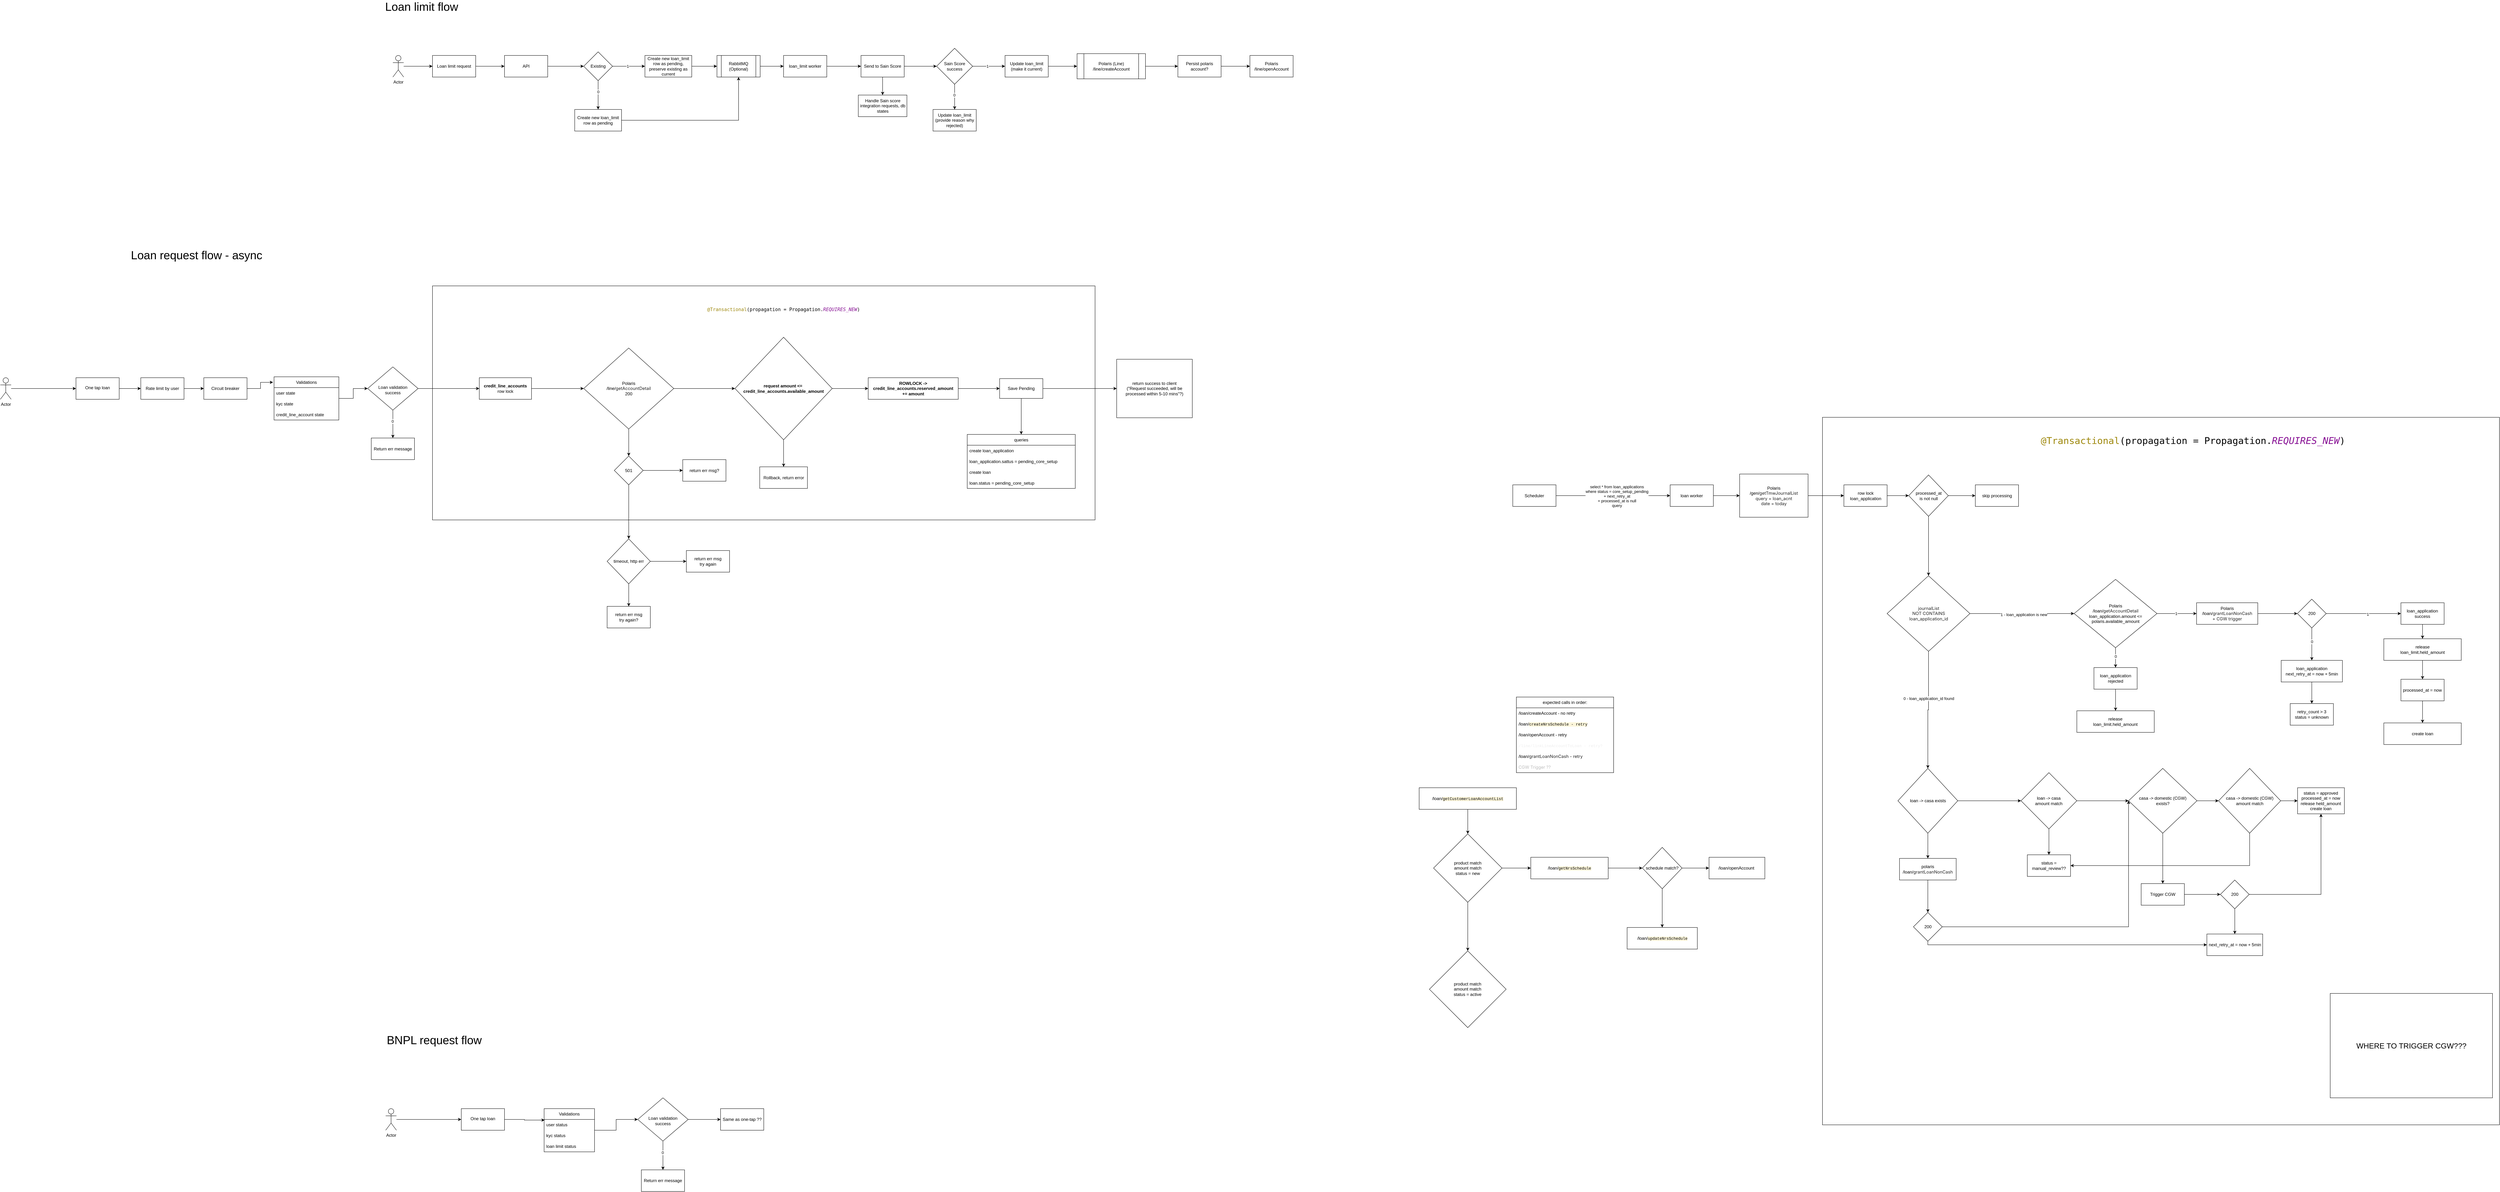
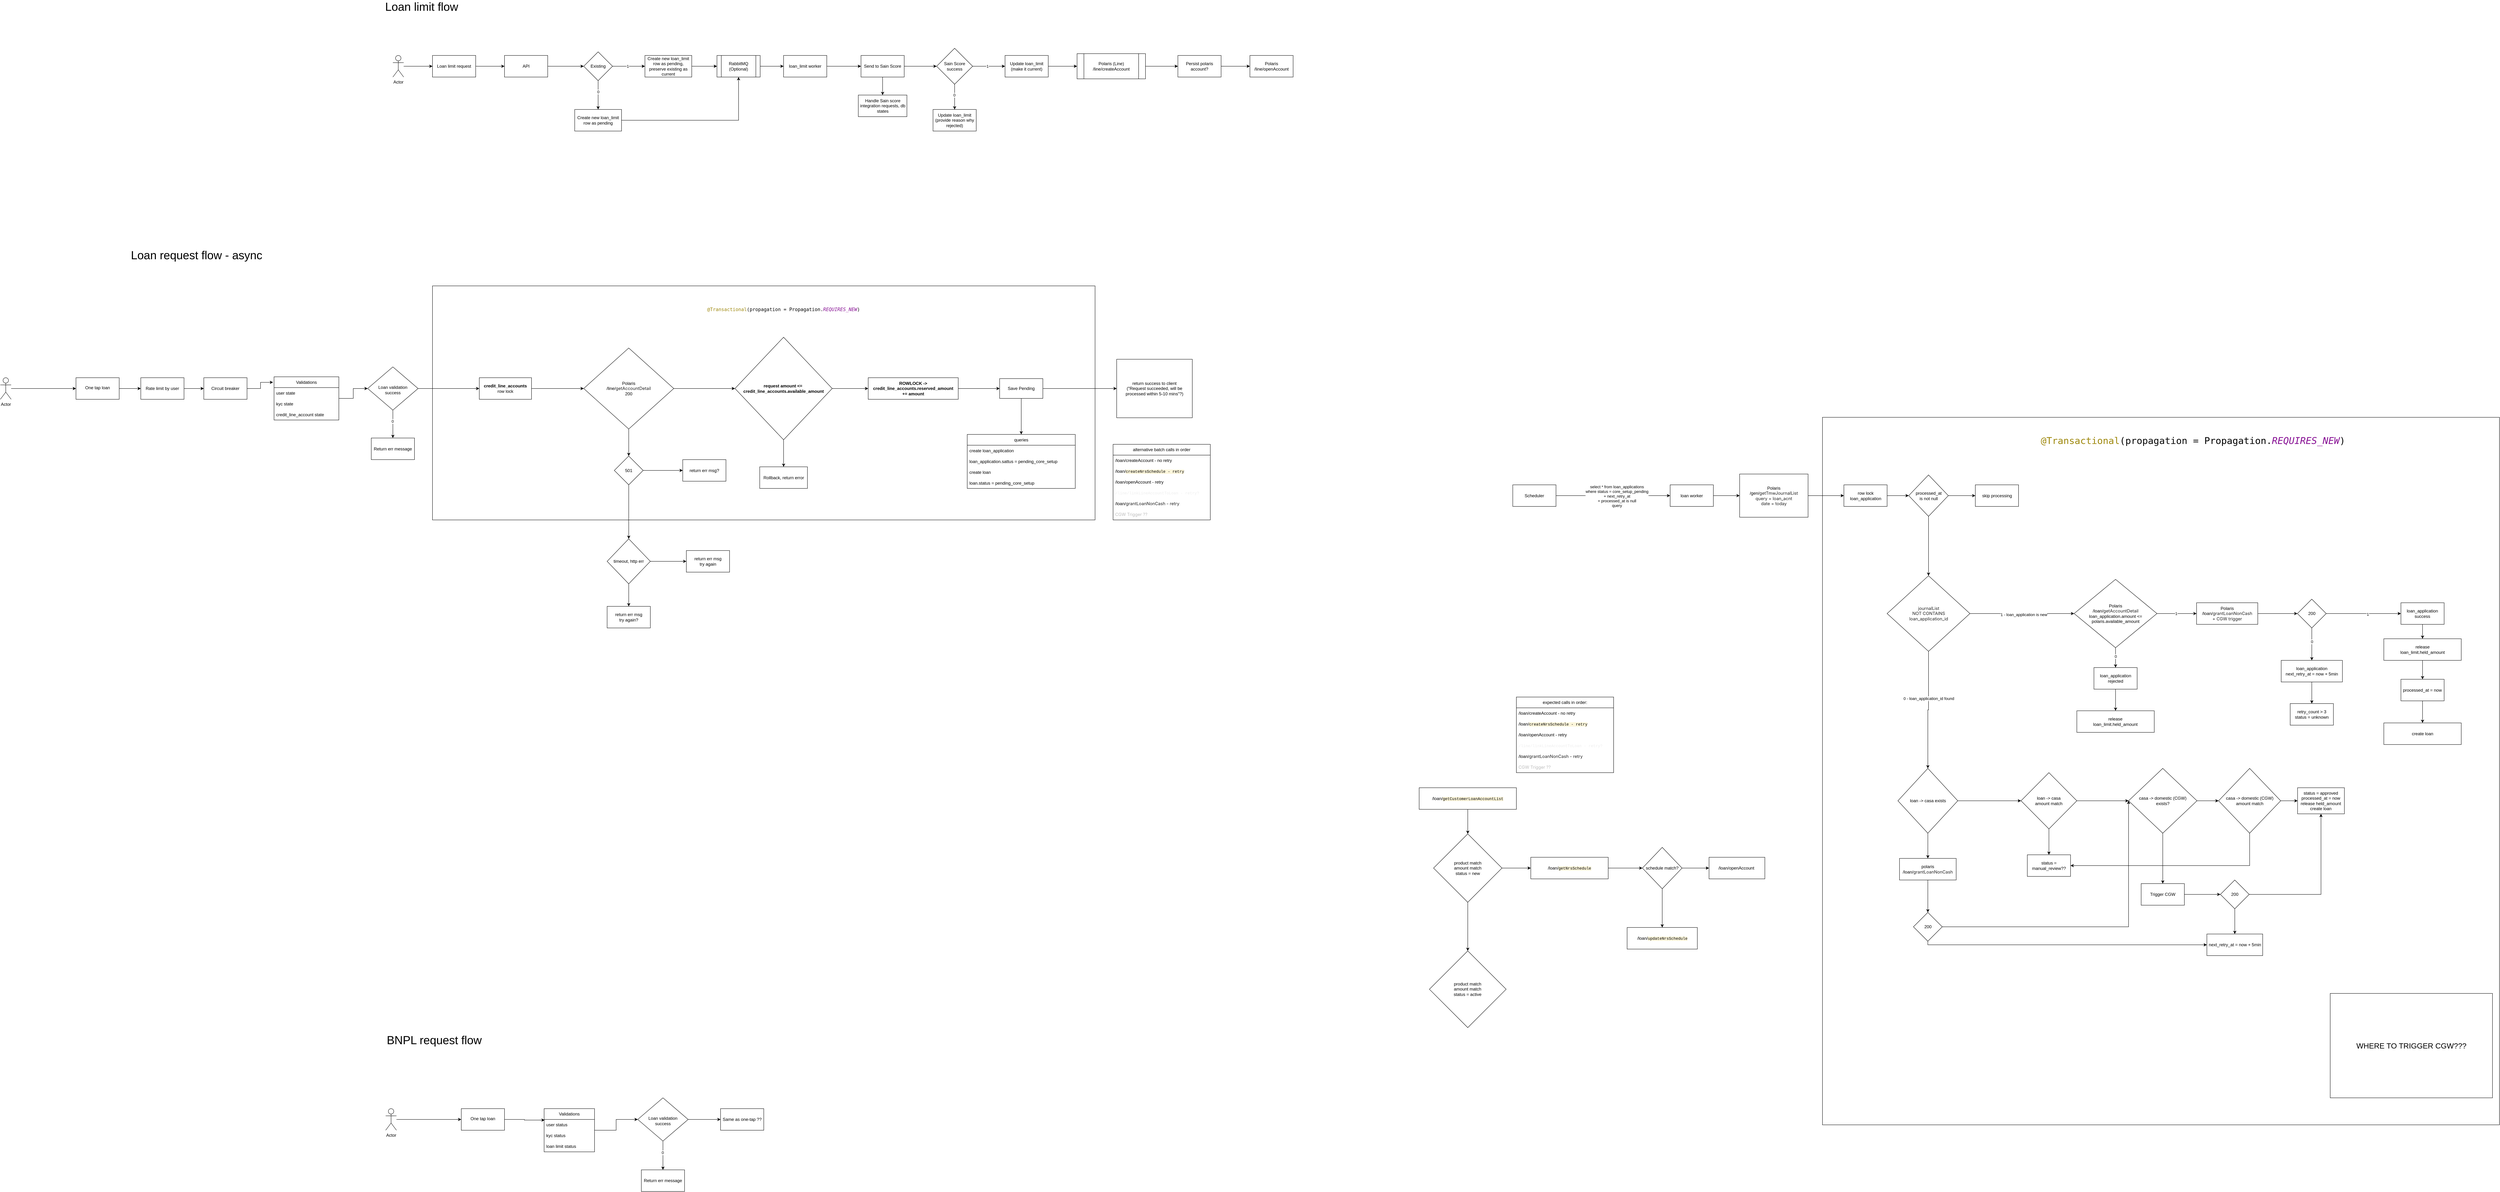
<mxfile host="app.diagrams.net">
  <diagram name="Page-1" id="VCBSuIh8bz7kurrQ0Zaz">
-     <mxGraphModel dx="2730" dy="602" grid="1" gridSize="10" guides="1" tooltips="1" connect="1" arrows="1" fold="1" page="1" pageScale="1" pageWidth="850" pageHeight="1100" math="0" shadow="0">
+     <mxGraphModel dx="3109" dy="824" grid="1" gridSize="10" guides="1" tooltips="1" connect="1" arrows="1" fold="1" page="1" pageScale="1" pageWidth="850" pageHeight="1100" math="0" shadow="0">
      <root>
        <mxCell id="0" />
        <mxCell id="1" parent="0" />
        <mxCell id="In8fDh9ZLN2M87an2Miy-188" parent="1" style="rounded=0;whiteSpace=wrap;html=1;movable=0;resizable=0;rotatable=0;deletable=0;editable=0;locked=1;connectable=0;" value="" vertex="1">
          <mxGeometry height="1965" width="1880" x="4010" y="1215" as="geometry" />
        </mxCell>
        <mxCell id="In8fDh9ZLN2M87an2Miy-172" parent="1" style="rounded=0;whiteSpace=wrap;html=1;movable=0;resizable=0;rotatable=0;deletable=0;editable=0;locked=1;connectable=0;" value="" vertex="1">
          <mxGeometry height="650" width="1840" x="150" y="850" as="geometry" />
        </mxCell>
        <mxCell id="KqixbsF9o6dLofBvsG9t-5" edge="1" parent="1" source="KqixbsF9o6dLofBvsG9t-1" style="edgeStyle=orthogonalEdgeStyle;rounded=0;orthogonalLoop=1;jettySize=auto;html=1;" target="KqixbsF9o6dLofBvsG9t-4" value="">
          <mxGeometry relative="1" as="geometry" />
        </mxCell>
        <mxCell id="KqixbsF9o6dLofBvsG9t-1" parent="1" style="rounded=0;whiteSpace=wrap;html=1;" value="Loan limit request" vertex="1">
          <mxGeometry height="60" width="120" x="150" y="210" as="geometry" />
        </mxCell>
        <mxCell id="KqixbsF9o6dLofBvsG9t-3" edge="1" parent="1" source="KqixbsF9o6dLofBvsG9t-2" style="edgeStyle=orthogonalEdgeStyle;rounded=0;orthogonalLoop=1;jettySize=auto;html=1;" target="KqixbsF9o6dLofBvsG9t-1" value="">
          <mxGeometry relative="1" as="geometry" />
        </mxCell>
        <mxCell id="KqixbsF9o6dLofBvsG9t-2" parent="1" style="shape=umlActor;verticalLabelPosition=bottom;verticalAlign=top;html=1;outlineConnect=0;" value="Actor" vertex="1">
          <mxGeometry height="60" width="30" x="40" y="210" as="geometry" />
        </mxCell>
        <mxCell id="KqixbsF9o6dLofBvsG9t-9" edge="1" parent="1" source="KqixbsF9o6dLofBvsG9t-4" style="edgeStyle=orthogonalEdgeStyle;rounded=0;orthogonalLoop=1;jettySize=auto;html=1;" target="KqixbsF9o6dLofBvsG9t-8" value="">
          <mxGeometry relative="1" as="geometry" />
        </mxCell>
        <mxCell id="KqixbsF9o6dLofBvsG9t-4" parent="1" style="rounded=0;whiteSpace=wrap;html=1;" value="API" vertex="1">
          <mxGeometry height="60" width="120" x="350" y="210" as="geometry" />
        </mxCell>
        <mxCell id="KqixbsF9o6dLofBvsG9t-11" edge="1" parent="1" source="KqixbsF9o6dLofBvsG9t-8" style="edgeStyle=orthogonalEdgeStyle;rounded=0;orthogonalLoop=1;jettySize=auto;html=1;" target="KqixbsF9o6dLofBvsG9t-10" value="">
          <mxGeometry relative="1" as="geometry" />
        </mxCell>
        <mxCell id="KqixbsF9o6dLofBvsG9t-12" connectable="0" parent="KqixbsF9o6dLofBvsG9t-11" style="edgeLabel;html=1;align=center;verticalAlign=middle;resizable=0;points=[];" value="1" vertex="1">
          <mxGeometry relative="1" x="-0.079" as="geometry">
            <mxPoint as="offset" />
          </mxGeometry>
        </mxCell>
        <mxCell id="KqixbsF9o6dLofBvsG9t-14" edge="1" parent="1" source="KqixbsF9o6dLofBvsG9t-8" style="edgeStyle=orthogonalEdgeStyle;rounded=0;orthogonalLoop=1;jettySize=auto;html=1;" target="KqixbsF9o6dLofBvsG9t-13" value="">
          <mxGeometry relative="1" as="geometry" />
        </mxCell>
        <mxCell id="KqixbsF9o6dLofBvsG9t-15" connectable="0" parent="KqixbsF9o6dLofBvsG9t-14" style="edgeLabel;html=1;align=center;verticalAlign=middle;resizable=0;points=[];" value="0" vertex="1">
          <mxGeometry relative="1" x="-0.2407" as="geometry">
            <mxPoint as="offset" />
          </mxGeometry>
        </mxCell>
        <mxCell id="KqixbsF9o6dLofBvsG9t-8" parent="1" style="rhombus;whiteSpace=wrap;html=1;rounded=0;" value="Existing" vertex="1">
          <mxGeometry height="80" width="80" x="570" y="200" as="geometry" />
        </mxCell>
        <mxCell id="KqixbsF9o6dLofBvsG9t-23" edge="1" parent="1" source="KqixbsF9o6dLofBvsG9t-10" style="edgeStyle=orthogonalEdgeStyle;rounded=0;orthogonalLoop=1;jettySize=auto;html=1;" target="KqixbsF9o6dLofBvsG9t-22" value="">
          <mxGeometry relative="1" as="geometry" />
        </mxCell>
        <mxCell id="KqixbsF9o6dLofBvsG9t-10" parent="1" style="whiteSpace=wrap;html=1;rounded=0;" value="Create new loan_limit row as pending, preserve existing as current" vertex="1">
          <mxGeometry height="60" width="130" x="740" y="210" as="geometry" />
        </mxCell>
        <mxCell id="KqixbsF9o6dLofBvsG9t-26" edge="1" parent="1" source="KqixbsF9o6dLofBvsG9t-13" style="edgeStyle=orthogonalEdgeStyle;rounded=0;orthogonalLoop=1;jettySize=auto;html=1;entryX=0.5;entryY=1;entryDx=0;entryDy=0;" target="KqixbsF9o6dLofBvsG9t-22">
          <mxGeometry relative="1" as="geometry" />
        </mxCell>
        <mxCell id="KqixbsF9o6dLofBvsG9t-13" parent="1" style="whiteSpace=wrap;html=1;rounded=0;" value="Create new loan_limit row as pending" vertex="1">
          <mxGeometry height="60" width="130" x="545" y="360" as="geometry" />
        </mxCell>
        <mxCell id="KqixbsF9o6dLofBvsG9t-25" edge="1" parent="1" source="KqixbsF9o6dLofBvsG9t-22" style="edgeStyle=orthogonalEdgeStyle;rounded=0;orthogonalLoop=1;jettySize=auto;html=1;" target="KqixbsF9o6dLofBvsG9t-24" value="">
          <mxGeometry relative="1" as="geometry" />
        </mxCell>
        <mxCell id="KqixbsF9o6dLofBvsG9t-22" parent="1" style="shape=process;whiteSpace=wrap;html=1;backgroundOutline=1;rounded=0;" value="RabbitMQ (Optional)" vertex="1">
          <mxGeometry height="60" width="120" x="940" y="210" as="geometry" />
        </mxCell>
        <mxCell id="KqixbsF9o6dLofBvsG9t-28" edge="1" parent="1" source="KqixbsF9o6dLofBvsG9t-24" style="edgeStyle=orthogonalEdgeStyle;rounded=0;orthogonalLoop=1;jettySize=auto;html=1;" target="KqixbsF9o6dLofBvsG9t-27" value="">
          <mxGeometry relative="1" as="geometry" />
        </mxCell>
        <mxCell id="KqixbsF9o6dLofBvsG9t-24" parent="1" style="whiteSpace=wrap;html=1;rounded=0;" value="loan_limit worker" vertex="1">
          <mxGeometry height="60" width="120" x="1125" y="210" as="geometry" />
        </mxCell>
        <mxCell id="KqixbsF9o6dLofBvsG9t-30" edge="1" parent="1" source="KqixbsF9o6dLofBvsG9t-27" style="edgeStyle=orthogonalEdgeStyle;rounded=0;orthogonalLoop=1;jettySize=auto;html=1;" target="KqixbsF9o6dLofBvsG9t-29" value="">
          <mxGeometry relative="1" as="geometry" />
        </mxCell>
        <mxCell id="KqixbsF9o6dLofBvsG9t-38" edge="1" parent="1" source="KqixbsF9o6dLofBvsG9t-27" style="edgeStyle=orthogonalEdgeStyle;rounded=0;orthogonalLoop=1;jettySize=auto;html=1;" target="KqixbsF9o6dLofBvsG9t-37" value="">
          <mxGeometry relative="1" as="geometry" />
        </mxCell>
        <mxCell id="KqixbsF9o6dLofBvsG9t-27" parent="1" style="whiteSpace=wrap;html=1;rounded=0;" value="Send to Sain Score" vertex="1">
          <mxGeometry height="60" width="120" x="1340" y="210" as="geometry" />
        </mxCell>
        <mxCell id="KqixbsF9o6dLofBvsG9t-32" edge="1" parent="1" source="KqixbsF9o6dLofBvsG9t-29" style="edgeStyle=orthogonalEdgeStyle;rounded=0;orthogonalLoop=1;jettySize=auto;html=1;" target="KqixbsF9o6dLofBvsG9t-31" value="">
          <mxGeometry relative="1" as="geometry" />
        </mxCell>
        <mxCell id="KqixbsF9o6dLofBvsG9t-33" connectable="0" parent="KqixbsF9o6dLofBvsG9t-32" style="edgeLabel;html=1;align=center;verticalAlign=middle;resizable=0;points=[];" value="1" vertex="1">
          <mxGeometry relative="1" x="-0.1048" as="geometry">
            <mxPoint as="offset" />
          </mxGeometry>
        </mxCell>
        <mxCell id="KqixbsF9o6dLofBvsG9t-35" edge="1" parent="1" source="KqixbsF9o6dLofBvsG9t-29" style="edgeStyle=orthogonalEdgeStyle;rounded=0;orthogonalLoop=1;jettySize=auto;html=1;" target="KqixbsF9o6dLofBvsG9t-34" value="">
          <mxGeometry relative="1" as="geometry" />
        </mxCell>
        <mxCell id="KqixbsF9o6dLofBvsG9t-36" connectable="0" parent="KqixbsF9o6dLofBvsG9t-35" style="edgeLabel;html=1;align=center;verticalAlign=middle;resizable=0;points=[];" value="0" vertex="1">
          <mxGeometry relative="1" x="-0.1429" y="-1" as="geometry">
            <mxPoint as="offset" />
          </mxGeometry>
        </mxCell>
        <mxCell id="KqixbsF9o6dLofBvsG9t-29" parent="1" style="rhombus;whiteSpace=wrap;html=1;rounded=0;" value="Sain Score success" vertex="1">
          <mxGeometry height="100" width="100" x="1550" y="190" as="geometry" />
        </mxCell>
        <mxCell id="KqixbsF9o6dLofBvsG9t-66" edge="1" parent="1" source="KqixbsF9o6dLofBvsG9t-31" style="edgeStyle=orthogonalEdgeStyle;rounded=0;orthogonalLoop=1;jettySize=auto;html=1;" target="KqixbsF9o6dLofBvsG9t-65" value="">
          <mxGeometry relative="1" as="geometry" />
        </mxCell>
        <mxCell id="KqixbsF9o6dLofBvsG9t-31" parent="1" style="whiteSpace=wrap;html=1;rounded=0;" value="Update loan_limit (make it current)" vertex="1">
          <mxGeometry height="60" width="120" x="1740" y="210" as="geometry" />
        </mxCell>
        <mxCell id="KqixbsF9o6dLofBvsG9t-34" parent="1" style="whiteSpace=wrap;html=1;rounded=0;" value="Update loan_limit&lt;br&gt;(provide reason why rejected)" vertex="1">
          <mxGeometry height="60" width="120" x="1540" y="360" as="geometry" />
        </mxCell>
        <mxCell id="KqixbsF9o6dLofBvsG9t-37" parent="1" style="whiteSpace=wrap;html=1;rounded=0;" value="Handle Sain score integration requests, db states" vertex="1">
          <mxGeometry height="60" width="135" x="1332.5" y="320" as="geometry" />
        </mxCell>
        <mxCell id="KqixbsF9o6dLofBvsG9t-40" parent="1" style="text;html=1;whiteSpace=wrap;strokeColor=none;fillColor=none;align=center;verticalAlign=middle;rounded=0;fontSize=32;" value="Loan limit flow" vertex="1">
          <mxGeometry height="30" width="260" x="-10" y="60" as="geometry" />
        </mxCell>
        <mxCell id="KqixbsF9o6dLofBvsG9t-74" edge="1" parent="1" source="KqixbsF9o6dLofBvsG9t-65" style="edgeStyle=orthogonalEdgeStyle;rounded=0;orthogonalLoop=1;jettySize=auto;html=1;" target="KqixbsF9o6dLofBvsG9t-73" value="">
          <mxGeometry relative="1" as="geometry" />
        </mxCell>
        <mxCell id="KqixbsF9o6dLofBvsG9t-65" parent="1" style="shape=process;whiteSpace=wrap;html=1;backgroundOutline=1;rounded=0;" value="Polaris (Line)&lt;br&gt;/line/createAccount" vertex="1">
          <mxGeometry height="70" width="190" x="1940" y="205" as="geometry" />
        </mxCell>
        <mxCell id="P7TJZT1PVnBYbLh7lMs1-4" edge="1" parent="1" source="KqixbsF9o6dLofBvsG9t-73" style="edgeStyle=orthogonalEdgeStyle;rounded=0;orthogonalLoop=1;jettySize=auto;html=1;" target="P7TJZT1PVnBYbLh7lMs1-3" value="">
          <mxGeometry relative="1" as="geometry" />
        </mxCell>
        <mxCell id="KqixbsF9o6dLofBvsG9t-73" parent="1" style="whiteSpace=wrap;html=1;rounded=0;" value="Persist polaris account?" vertex="1">
          <mxGeometry height="60" width="120" x="2220" y="210" as="geometry" />
        </mxCell>
        <mxCell id="U8Ajh8Gpa-m2DNKNFQys-1" parent="1" style="text;html=1;whiteSpace=wrap;strokeColor=none;fillColor=none;align=center;verticalAlign=middle;rounded=0;fontSize=32;" value="Loan request flow - async" vertex="1">
          <mxGeometry height="30" width="590" x="-800" y="750" as="geometry" />
        </mxCell>
        <mxCell id="In8fDh9ZLN2M87an2Miy-1" edge="1" parent="1" source="In8fDh9ZLN2M87an2Miy-2" style="edgeStyle=orthogonalEdgeStyle;rounded=0;orthogonalLoop=1;jettySize=auto;html=1;" target="In8fDh9ZLN2M87an2Miy-4" value="">
          <mxGeometry relative="1" as="geometry" />
        </mxCell>
        <mxCell id="In8fDh9ZLN2M87an2Miy-2" parent="1" style="shape=umlActor;verticalLabelPosition=bottom;verticalAlign=top;html=1;outlineConnect=0;" value="Actor" vertex="1">
          <mxGeometry height="60" width="30" x="-1050" y="1105" as="geometry" />
        </mxCell>
        <mxCell id="P7TJZT1PVnBYbLh7lMs1-42" edge="1" parent="1" source="In8fDh9ZLN2M87an2Miy-4" style="edgeStyle=orthogonalEdgeStyle;rounded=0;orthogonalLoop=1;jettySize=auto;html=1;" target="P7TJZT1PVnBYbLh7lMs1-41" value="">
          <mxGeometry relative="1" as="geometry" />
        </mxCell>
        <mxCell id="In8fDh9ZLN2M87an2Miy-4" parent="1" style="whiteSpace=wrap;html=1;verticalAlign=top;" value="&lt;div&gt;&lt;br&gt;&lt;/div&gt;&lt;div&gt;One tap loan&lt;/div&gt;" vertex="1">
          <mxGeometry height="60" width="120" x="-840" y="1105" as="geometry" />
        </mxCell>
        <mxCell id="In8fDh9ZLN2M87an2Miy-7" edge="1" parent="1" source="In8fDh9ZLN2M87an2Miy-9" style="edgeStyle=orthogonalEdgeStyle;rounded=0;orthogonalLoop=1;jettySize=auto;html=1;" target="In8fDh9ZLN2M87an2Miy-13" value="">
          <mxGeometry relative="1" as="geometry" />
        </mxCell>
        <mxCell id="In8fDh9ZLN2M87an2Miy-8" connectable="0" parent="In8fDh9ZLN2M87an2Miy-7" style="edgeLabel;html=1;align=center;verticalAlign=middle;resizable=0;points=[];" value="0" vertex="1">
          <mxGeometry relative="1" x="-0.2091" y="-1" as="geometry">
            <mxPoint as="offset" />
          </mxGeometry>
        </mxCell>
        <mxCell id="P7TJZT1PVnBYbLh7lMs1-36" edge="1" parent="1" source="In8fDh9ZLN2M87an2Miy-9" style="edgeStyle=orthogonalEdgeStyle;rounded=0;orthogonalLoop=1;jettySize=auto;html=1;entryX=0;entryY=0.5;entryDx=0;entryDy=0;" target="In8fDh9ZLN2M87an2Miy-161">
          <mxGeometry relative="1" as="geometry" />
        </mxCell>
        <mxCell id="In8fDh9ZLN2M87an2Miy-9" parent="1" style="rhombus;whiteSpace=wrap;html=1;verticalAlign=top;" value="&lt;br&gt;&lt;br&gt;&lt;div&gt;&lt;br&gt;&lt;/div&gt;&lt;div&gt;Loan validation&lt;br&gt;success&lt;/div&gt;" vertex="1">
          <mxGeometry height="120" width="140" x="-30" y="1075" as="geometry" />
        </mxCell>
        <mxCell id="In8fDh9ZLN2M87an2Miy-10" edge="1" parent="1" source="In8fDh9ZLN2M87an2Miy-12" style="edgeStyle=orthogonalEdgeStyle;rounded=0;orthogonalLoop=1;jettySize=auto;html=1;entryX=0.5;entryY=0;entryDx=0;entryDy=0;" target="In8fDh9ZLN2M87an2Miy-14">
          <mxGeometry relative="1" as="geometry" />
        </mxCell>
        <mxCell id="In8fDh9ZLN2M87an2Miy-54" edge="1" parent="1" source="In8fDh9ZLN2M87an2Miy-105" style="edgeStyle=orthogonalEdgeStyle;rounded=0;orthogonalLoop=1;jettySize=auto;html=1;exitX=1;exitY=0.5;exitDx=0;exitDy=0;" target="In8fDh9ZLN2M87an2Miy-53" value="">
          <mxGeometry relative="1" as="geometry">
            <mxPoint x="3329.5" y="1432.5" as="sourcePoint" />
          </mxGeometry>
        </mxCell>
        <mxCell id="In8fDh9ZLN2M87an2Miy-55" connectable="0" parent="In8fDh9ZLN2M87an2Miy-54" style="edgeLabel;html=1;align=center;verticalAlign=middle;resizable=0;points=[];" value="select * from loan_applications&lt;br&gt;where status = core_setup_pending&lt;br&gt;+ next_retry_at&lt;br&gt;+ processed_at is null&lt;br&gt;query" vertex="1">
          <mxGeometry relative="1" x="0.0637" y="-1" as="geometry">
            <mxPoint as="offset" />
          </mxGeometry>
        </mxCell>
        <mxCell id="In8fDh9ZLN2M87an2Miy-246" edge="1" parent="1" source="In8fDh9ZLN2M87an2Miy-12" style="edgeStyle=orthogonalEdgeStyle;rounded=0;orthogonalLoop=1;jettySize=auto;html=1;entryX=0;entryY=0.5;entryDx=0;entryDy=0;" target="In8fDh9ZLN2M87an2Miy-185">
          <mxGeometry relative="1" as="geometry">
            <mxPoint x="2120" y="1137" as="targetPoint" />
          </mxGeometry>
        </mxCell>
        <mxCell id="In8fDh9ZLN2M87an2Miy-12" parent="1" style="whiteSpace=wrap;html=1;verticalAlign=middle;" value="Save Pending" vertex="1">
          <mxGeometry height="55" width="120" x="1725" y="1107.5" as="geometry" />
        </mxCell>
        <mxCell id="In8fDh9ZLN2M87an2Miy-13" parent="1" style="whiteSpace=wrap;html=1;verticalAlign=middle;" value="Return err message" vertex="1">
          <mxGeometry height="60" width="120" x="-20" y="1272.5" as="geometry" />
        </mxCell>
        <mxCell id="In8fDh9ZLN2M87an2Miy-14" parent="1" style="swimlane;fontStyle=0;childLayout=stackLayout;horizontal=1;startSize=30;horizontalStack=0;resizeParent=1;resizeParentMax=0;resizeLast=0;collapsible=1;marginBottom=0;whiteSpace=wrap;html=1;" value="queries" vertex="1">
          <mxGeometry height="150" width="300" x="1635" y="1262.5" as="geometry" />
        </mxCell>
        <mxCell id="In8fDh9ZLN2M87an2Miy-15" parent="In8fDh9ZLN2M87an2Miy-14" style="text;strokeColor=none;fillColor=none;align=left;verticalAlign=middle;spacingLeft=4;spacingRight=4;overflow=hidden;points=[[0,0.5],[1,0.5]];portConstraint=eastwest;rotatable=0;whiteSpace=wrap;html=1;" value="create loan_application" vertex="1">
          <mxGeometry height="30" width="300" y="30" as="geometry" />
        </mxCell>
        <mxCell id="In8fDh9ZLN2M87an2Miy-104" parent="In8fDh9ZLN2M87an2Miy-14" style="text;strokeColor=none;fillColor=none;align=left;verticalAlign=middle;spacingLeft=4;spacingRight=4;overflow=hidden;points=[[0,0.5],[1,0.5]];portConstraint=eastwest;rotatable=0;whiteSpace=wrap;html=1;" value="loan_application.sattus = pending_core_setup" vertex="1">
          <mxGeometry height="30" width="300" y="60" as="geometry" />
        </mxCell>
        <mxCell id="In8fDh9ZLN2M87an2Miy-17" parent="In8fDh9ZLN2M87an2Miy-14" style="text;strokeColor=none;fillColor=none;align=left;verticalAlign=middle;spacingLeft=4;spacingRight=4;overflow=hidden;points=[[0,0.5],[1,0.5]];portConstraint=eastwest;rotatable=0;whiteSpace=wrap;html=1;" value="create loan" vertex="1">
          <mxGeometry height="30" width="300" y="90" as="geometry" />
        </mxCell>
        <mxCell id="P7TJZT1PVnBYbLh7lMs1-40" parent="In8fDh9ZLN2M87an2Miy-14" style="text;strokeColor=none;fillColor=none;align=left;verticalAlign=middle;spacingLeft=4;spacingRight=4;overflow=hidden;points=[[0,0.5],[1,0.5]];portConstraint=eastwest;rotatable=0;whiteSpace=wrap;html=1;" value="loan.status = pending_core_setup" vertex="1">
          <mxGeometry height="30" width="300" y="120" as="geometry" />
        </mxCell>
        <mxCell id="In8fDh9ZLN2M87an2Miy-32" edge="1" parent="1" source="In8fDh9ZLN2M87an2Miy-27" style="edgeStyle=orthogonalEdgeStyle;rounded=0;orthogonalLoop=1;jettySize=auto;html=1;entryX=0;entryY=0.5;entryDx=0;entryDy=0;" target="In8fDh9ZLN2M87an2Miy-9">
          <mxGeometry relative="1" as="geometry" />
        </mxCell>
        <mxCell id="In8fDh9ZLN2M87an2Miy-27" parent="1" style="swimlane;fontStyle=0;childLayout=stackLayout;horizontal=1;startSize=30;horizontalStack=0;resizeParent=1;resizeParentMax=0;resizeLast=0;collapsible=1;marginBottom=0;whiteSpace=wrap;html=1;" value="Validations" vertex="1">
          <mxGeometry height="120" width="180" x="-290" y="1102.5" as="geometry" />
        </mxCell>
        <mxCell id="In8fDh9ZLN2M87an2Miy-28" parent="In8fDh9ZLN2M87an2Miy-27" style="text;strokeColor=none;fillColor=none;align=left;verticalAlign=middle;spacingLeft=4;spacingRight=4;overflow=hidden;points=[[0,0.5],[1,0.5]];portConstraint=eastwest;rotatable=0;whiteSpace=wrap;html=1;" value="user state" vertex="1">
          <mxGeometry height="30" width="180" y="30" as="geometry" />
        </mxCell>
        <mxCell id="In8fDh9ZLN2M87an2Miy-29" parent="In8fDh9ZLN2M87an2Miy-27" style="text;strokeColor=none;fillColor=none;align=left;verticalAlign=middle;spacingLeft=4;spacingRight=4;overflow=hidden;points=[[0,0.5],[1,0.5]];portConstraint=eastwest;rotatable=0;whiteSpace=wrap;html=1;" value="kyc state" vertex="1">
          <mxGeometry height="30" width="180" y="60" as="geometry" />
        </mxCell>
        <mxCell id="In8fDh9ZLN2M87an2Miy-33" parent="In8fDh9ZLN2M87an2Miy-27" style="text;strokeColor=none;fillColor=none;align=left;verticalAlign=middle;spacingLeft=4;spacingRight=4;overflow=hidden;points=[[0,0.5],[1,0.5]];portConstraint=eastwest;rotatable=0;whiteSpace=wrap;html=1;" value="credit_line_account state" vertex="1">
          <mxGeometry height="30" width="180" y="90" as="geometry" />
        </mxCell>
        <mxCell id="In8fDh9ZLN2M87an2Miy-116" edge="1" parent="1" source="In8fDh9ZLN2M87an2Miy-53" style="edgeStyle=orthogonalEdgeStyle;rounded=0;orthogonalLoop=1;jettySize=auto;html=1;entryX=0;entryY=0.5;entryDx=0;entryDy=0;" target="In8fDh9ZLN2M87an2Miy-68">
          <mxGeometry relative="1" as="geometry" />
        </mxCell>
        <mxCell id="In8fDh9ZLN2M87an2Miy-53" parent="1" style="whiteSpace=wrap;html=1;" value="loan worker" vertex="1">
          <mxGeometry height="60" width="120" x="3587" y="1402.5" as="geometry" />
        </mxCell>
        <mxCell id="In8fDh9ZLN2M87an2Miy-67" edge="1" parent="1" source="In8fDh9ZLN2M87an2Miy-58" style="edgeStyle=orthogonalEdgeStyle;rounded=0;orthogonalLoop=1;jettySize=auto;html=1;entryX=0;entryY=0.5;entryDx=0;entryDy=0;" target="In8fDh9ZLN2M87an2Miy-66" value="">
          <mxGeometry relative="1" as="geometry">
            <mxPoint x="5343.87" y="1760" as="targetPoint" />
          </mxGeometry>
        </mxCell>
        <mxCell id="In8fDh9ZLN2M87an2Miy-58" parent="1" style="whiteSpace=wrap;html=1;" value="Polaris /loan/&lt;span style=&quot;color: rgb(33, 33, 33); font-family: Inter, system-ui, -apple-system, &amp;quot;system-ui&amp;quot;, &amp;quot;Segoe UI&amp;quot;, Roboto, Oxygen, Ubuntu, Cantarell, &amp;quot;Fira Sans&amp;quot;, &amp;quot;Droid Sans&amp;quot;, Helvetica, Arial, sans-serif; text-align: left; white-space: pre-wrap; background-color: rgb(255, 255, 255);&quot;&gt;grantLoanNonCash&lt;br/&gt;+ CGW trigger&lt;/span&gt;" vertex="1">
          <mxGeometry height="60" width="170" x="5048.87" y="1730" as="geometry" />
        </mxCell>
        <mxCell id="In8fDh9ZLN2M87an2Miy-62" edge="1" parent="1" source="In8fDh9ZLN2M87an2Miy-59" style="edgeStyle=orthogonalEdgeStyle;rounded=0;orthogonalLoop=1;jettySize=auto;html=1;" target="In8fDh9ZLN2M87an2Miy-61" value="">
          <mxGeometry relative="1" as="geometry" />
        </mxCell>
        <mxCell id="In8fDh9ZLN2M87an2Miy-91" connectable="0" parent="In8fDh9ZLN2M87an2Miy-62" style="edgeLabel;html=1;align=center;verticalAlign=middle;resizable=0;points=[];" value="0" vertex="1">
          <mxGeometry relative="1" x="-0.1431" as="geometry">
            <mxPoint as="offset" />
          </mxGeometry>
        </mxCell>
        <mxCell id="In8fDh9ZLN2M87an2Miy-65" edge="1" parent="1" source="In8fDh9ZLN2M87an2Miy-59" style="edgeStyle=orthogonalEdgeStyle;rounded=0;orthogonalLoop=1;jettySize=auto;html=1;" target="In8fDh9ZLN2M87an2Miy-58">
          <mxGeometry relative="1" as="geometry" />
        </mxCell>
        <mxCell id="In8fDh9ZLN2M87an2Miy-90" connectable="0" parent="In8fDh9ZLN2M87an2Miy-65" style="edgeLabel;html=1;align=center;verticalAlign=middle;resizable=0;points=[];" value="1" vertex="1">
          <mxGeometry relative="1" x="-0.0451" as="geometry">
            <mxPoint as="offset" />
          </mxGeometry>
        </mxCell>
        <mxCell id="In8fDh9ZLN2M87an2Miy-59" parent="1" style="rhombus;whiteSpace=wrap;html=1;" value="Polaris&lt;br&gt;/loan/&lt;span style=&quot;color: rgb(33, 33, 33); font-family: Inter, system-ui, -apple-system, &amp;quot;system-ui&amp;quot;, &amp;quot;Segoe UI&amp;quot;, Roboto, Oxygen, Ubuntu, Cantarell, &amp;quot;Fira Sans&amp;quot;, &amp;quot;Droid Sans&amp;quot;, Helvetica, Arial, sans-serif; text-align: left; white-space: pre-wrap; background-color: rgb(255, 255, 255);&quot;&gt;getAccountDetail&lt;/span&gt;&lt;br&gt;loan_application.amount &amp;lt;= polaris.available_amount" vertex="1">
          <mxGeometry height="190" width="230" x="4708.87" y="1665" as="geometry" />
        </mxCell>
        <mxCell id="In8fDh9ZLN2M87an2Miy-64" edge="1" parent="1" source="In8fDh9ZLN2M87an2Miy-61" style="edgeStyle=orthogonalEdgeStyle;rounded=0;orthogonalLoop=1;jettySize=auto;html=1;" target="In8fDh9ZLN2M87an2Miy-63" value="">
          <mxGeometry relative="1" as="geometry" />
        </mxCell>
        <mxCell id="In8fDh9ZLN2M87an2Miy-61" parent="1" style="whiteSpace=wrap;html=1;" value="loan_application&lt;br&gt;rejected" vertex="1">
          <mxGeometry height="60" width="120" x="4763.87" y="1910" as="geometry" />
        </mxCell>
        <mxCell id="In8fDh9ZLN2M87an2Miy-63" parent="1" style="whiteSpace=wrap;html=1;" value="release &lt;br&gt;loan_limit.held_amount" vertex="1">
          <mxGeometry height="60" width="215" x="4716.37" y="2030" as="geometry" />
        </mxCell>
        <mxCell id="In8fDh9ZLN2M87an2Miy-81" edge="1" parent="1" source="In8fDh9ZLN2M87an2Miy-66" style="edgeStyle=orthogonalEdgeStyle;rounded=0;orthogonalLoop=1;jettySize=auto;html=1;entryX=0;entryY=0.5;entryDx=0;entryDy=0;" target="In8fDh9ZLN2M87an2Miy-79">
          <mxGeometry relative="1" as="geometry" />
        </mxCell>
        <mxCell id="In8fDh9ZLN2M87an2Miy-92" connectable="0" parent="In8fDh9ZLN2M87an2Miy-81" style="edgeLabel;html=1;align=center;verticalAlign=middle;resizable=0;points=[];" value="1" vertex="1">
          <mxGeometry relative="1" x="0.1055" y="-2" as="geometry">
            <mxPoint as="offset" />
          </mxGeometry>
        </mxCell>
        <mxCell id="In8fDh9ZLN2M87an2Miy-83" edge="1" parent="1" source="In8fDh9ZLN2M87an2Miy-66" style="edgeStyle=orthogonalEdgeStyle;rounded=0;orthogonalLoop=1;jettySize=auto;html=1;" target="In8fDh9ZLN2M87an2Miy-82" value="">
          <mxGeometry relative="1" as="geometry" />
        </mxCell>
        <mxCell id="In8fDh9ZLN2M87an2Miy-93" connectable="0" parent="In8fDh9ZLN2M87an2Miy-83" style="edgeLabel;html=1;align=center;verticalAlign=middle;resizable=0;points=[];" value="0" vertex="1">
          <mxGeometry relative="1" x="-0.1623" as="geometry">
            <mxPoint as="offset" />
          </mxGeometry>
        </mxCell>
        <mxCell id="In8fDh9ZLN2M87an2Miy-66" parent="1" style="rhombus;whiteSpace=wrap;html=1;" value="200" vertex="1">
          <mxGeometry height="80" width="80" x="5328.87" y="1720" as="geometry" />
        </mxCell>
        <mxCell id="In8fDh9ZLN2M87an2Miy-119" edge="1" parent="1" source="In8fDh9ZLN2M87an2Miy-68" style="edgeStyle=orthogonalEdgeStyle;rounded=0;orthogonalLoop=1;jettySize=auto;html=1;" target="In8fDh9ZLN2M87an2Miy-118" value="">
          <mxGeometry relative="1" as="geometry" />
        </mxCell>
        <mxCell id="In8fDh9ZLN2M87an2Miy-68" parent="1" style="whiteSpace=wrap;html=1;" value="Polaris&lt;br&gt;/gen/&lt;span style=&quot;white-space: pre-wrap; color: rgb(33, 33, 33); font-family: Inter, system-ui, -apple-system, &amp;quot;system-ui&amp;quot;, &amp;quot;Segoe UI&amp;quot;, Roboto, Oxygen, Ubuntu, Cantarell, &amp;quot;Fira Sans&amp;quot;, &amp;quot;Droid Sans&amp;quot;, Helvetica, Arial, sans-serif; text-align: left; background-color: rgb(255, 255, 255);&quot;&gt;getTmwJournalList&lt;br&gt;query = loan_acnt&lt;br/&gt;date = today&lt;/span&gt;" vertex="1">
          <mxGeometry height="120" width="190" x="3780" y="1372.5" as="geometry" />
        </mxCell>
        <mxCell id="In8fDh9ZLN2M87an2Miy-71" edge="1" parent="1" source="In8fDh9ZLN2M87an2Miy-69" style="edgeStyle=orthogonalEdgeStyle;rounded=0;orthogonalLoop=1;jettySize=auto;html=1;entryX=0;entryY=0.5;entryDx=0;entryDy=0;" target="In8fDh9ZLN2M87an2Miy-59">
          <mxGeometry relative="1" as="geometry" />
        </mxCell>
        <mxCell id="In8fDh9ZLN2M87an2Miy-77" connectable="0" parent="In8fDh9ZLN2M87an2Miy-71" style="edgeLabel;html=1;align=center;verticalAlign=middle;resizable=0;points=[];" value="1 - loan_application is new" vertex="1">
          <mxGeometry relative="1" x="0.0312" y="-3" as="geometry">
            <mxPoint as="offset" />
          </mxGeometry>
        </mxCell>
        <mxCell id="In8fDh9ZLN2M87an2Miy-73" edge="1" parent="1" source="In8fDh9ZLN2M87an2Miy-69" style="edgeStyle=orthogonalEdgeStyle;rounded=0;orthogonalLoop=1;jettySize=auto;html=1;entryX=0.5;entryY=0;entryDx=0;entryDy=0;" target="In8fDh9ZLN2M87an2Miy-111" value="">
          <mxGeometry relative="1" as="geometry">
            <mxPoint x="4303.87" y="1960" as="targetPoint" />
          </mxGeometry>
        </mxCell>
        <mxCell id="In8fDh9ZLN2M87an2Miy-74" connectable="0" parent="In8fDh9ZLN2M87an2Miy-73" style="edgeLabel;html=1;align=center;verticalAlign=middle;resizable=0;points=[];" value="0 - loan_application_id found" vertex="1">
          <mxGeometry relative="1" x="-0.1975" as="geometry">
            <mxPoint as="offset" />
          </mxGeometry>
        </mxCell>
        <mxCell id="In8fDh9ZLN2M87an2Miy-69" parent="1" style="rhombus;whiteSpace=wrap;html=1;verticalAlign=middle;" value="&lt;div style=&quot;text-align: center;&quot;&gt;&lt;span style=&quot;background-color: light-dark(rgb(255, 255, 255), rgb(18, 18, 18)); color: light-dark(rgb(33, 33, 33), rgb(209, 209, 209)); font-family: Inter, system-ui, -apple-system, &amp;quot;system-ui&amp;quot;, &amp;quot;Segoe UI&amp;quot;, Roboto, Oxygen, Ubuntu, Cantarell, &amp;quot;Fira Sans&amp;quot;, &amp;quot;Droid Sans&amp;quot;, Helvetica, Arial, sans-serif; text-align: left; white-space: pre-wrap;&quot;&gt;journalList&lt;br&gt;NOT CONTAINS&lt;/span&gt;&lt;/div&gt;&lt;span style=&quot;white-space: pre-wrap; color: rgb(33, 33, 33); font-family: Inter, system-ui, -apple-system, &amp;quot;system-ui&amp;quot;, &amp;quot;Segoe UI&amp;quot;, Roboto, Oxygen, Ubuntu, Cantarell, &amp;quot;Fira Sans&amp;quot;, &amp;quot;Droid Sans&amp;quot;, Helvetica, Arial, sans-serif; text-align: left; background-color: rgb(255, 255, 255);&quot;&gt;loan_application_id&lt;/span&gt;" vertex="1">
          <mxGeometry height="210" width="230" x="4189.5" y="1655" as="geometry" />
        </mxCell>
        <mxCell id="In8fDh9ZLN2M87an2Miy-78" edge="1" parent="1" source="In8fDh9ZLN2M87an2Miy-79" style="edgeStyle=orthogonalEdgeStyle;rounded=0;orthogonalLoop=1;jettySize=auto;html=1;" target="In8fDh9ZLN2M87an2Miy-80" value="">
          <mxGeometry relative="1" as="geometry" />
        </mxCell>
        <mxCell id="In8fDh9ZLN2M87an2Miy-79" parent="1" style="whiteSpace=wrap;html=1;" value="loan_application&lt;br&gt;success" vertex="1">
          <mxGeometry height="60" width="120" x="5616.37" y="1730" as="geometry" />
        </mxCell>
        <mxCell id="In8fDh9ZLN2M87an2Miy-132" edge="1" parent="1" source="In8fDh9ZLN2M87an2Miy-80" style="edgeStyle=orthogonalEdgeStyle;rounded=0;orthogonalLoop=1;jettySize=auto;html=1;" target="In8fDh9ZLN2M87an2Miy-131" value="">
          <mxGeometry relative="1" as="geometry" />
        </mxCell>
        <mxCell id="In8fDh9ZLN2M87an2Miy-80" parent="1" style="whiteSpace=wrap;html=1;" value="release &lt;br&gt;loan_limit.held_amount" vertex="1">
          <mxGeometry height="60" width="215" x="5568.87" y="1830" as="geometry" />
        </mxCell>
        <mxCell id="In8fDh9ZLN2M87an2Miy-95" edge="1" parent="1" source="In8fDh9ZLN2M87an2Miy-82" style="edgeStyle=orthogonalEdgeStyle;rounded=0;orthogonalLoop=1;jettySize=auto;html=1;" target="In8fDh9ZLN2M87an2Miy-94" value="">
          <mxGeometry relative="1" as="geometry" />
        </mxCell>
        <mxCell id="In8fDh9ZLN2M87an2Miy-82" parent="1" style="whiteSpace=wrap;html=1;" value="loan_application&lt;br&gt;next_retry_at = now + 5min" vertex="1">
          <mxGeometry height="60" width="170" x="5283.87" y="1890" as="geometry" />
        </mxCell>
        <mxCell id="In8fDh9ZLN2M87an2Miy-88" parent="1" style="whiteSpace=wrap;html=1;" value="create loan" vertex="1">
          <mxGeometry height="60" width="215" x="5568.87" y="2063.75" as="geometry" />
        </mxCell>
        <mxCell id="In8fDh9ZLN2M87an2Miy-94" parent="1" style="whiteSpace=wrap;html=1;" value="retry_count &amp;gt; 3&lt;br&gt;status = unknown" vertex="1">
          <mxGeometry height="60" width="120" x="5308.87" y="2010" as="geometry" />
        </mxCell>
        <mxCell id="In8fDh9ZLN2M87an2Miy-105" parent="1" style="rounded=0;whiteSpace=wrap;html=1;" value="Scheduler" vertex="1">
          <mxGeometry height="60" width="120" x="3150" y="1402.5" as="geometry" />
        </mxCell>
        <mxCell id="In8fDh9ZLN2M87an2Miy-127" edge="1" parent="1" source="In8fDh9ZLN2M87an2Miy-111" style="edgeStyle=orthogonalEdgeStyle;rounded=0;orthogonalLoop=1;jettySize=auto;html=1;" target="In8fDh9ZLN2M87an2Miy-126" value="">
          <mxGeometry relative="1" as="geometry" />
        </mxCell>
        <mxCell id="In8fDh9ZLN2M87an2Miy-135" edge="1" parent="1" source="In8fDh9ZLN2M87an2Miy-111" style="edgeStyle=orthogonalEdgeStyle;rounded=0;orthogonalLoop=1;jettySize=auto;html=1;entryX=0;entryY=0.5;entryDx=0;entryDy=0;" target="In8fDh9ZLN2M87an2Miy-222">
          <mxGeometry relative="1" as="geometry">
            <mxPoint x="4520" y="2280" as="targetPoint" />
          </mxGeometry>
        </mxCell>
        <mxCell id="In8fDh9ZLN2M87an2Miy-111" parent="1" style="rhombus;whiteSpace=wrap;html=1;" value="loan -&amp;gt; casa exists" vertex="1">
          <mxGeometry height="180" width="166.25" x="4219.5" y="2190" as="geometry" />
        </mxCell>
        <mxCell id="In8fDh9ZLN2M87an2Miy-113" parent="1" style="whiteSpace=wrap;html=1;" value="status = approved&lt;br&gt;processed_at = now&lt;br&gt;release held_amount&lt;br&gt;create loan" vertex="1">
          <mxGeometry height="72.5" width="130" x="5329.37" y="2243.75" as="geometry" />
        </mxCell>
        <mxCell id="In8fDh9ZLN2M87an2Miy-122" edge="1" parent="1" source="In8fDh9ZLN2M87an2Miy-118" style="edgeStyle=orthogonalEdgeStyle;rounded=0;orthogonalLoop=1;jettySize=auto;html=1;" target="In8fDh9ZLN2M87an2Miy-121" value="">
          <mxGeometry relative="1" as="geometry" />
        </mxCell>
        <mxCell id="In8fDh9ZLN2M87an2Miy-118" parent="1" style="whiteSpace=wrap;html=1;" value="row lock&lt;br&gt;loan_application" vertex="1">
          <mxGeometry height="60" width="120" x="4069.5" y="1402.5" as="geometry" />
        </mxCell>
        <mxCell id="In8fDh9ZLN2M87an2Miy-124" edge="1" parent="1" source="In8fDh9ZLN2M87an2Miy-121" style="edgeStyle=orthogonalEdgeStyle;rounded=0;orthogonalLoop=1;jettySize=auto;html=1;" target="In8fDh9ZLN2M87an2Miy-123" value="">
          <mxGeometry relative="1" as="geometry" />
        </mxCell>
        <mxCell id="In8fDh9ZLN2M87an2Miy-125" edge="1" parent="1" source="In8fDh9ZLN2M87an2Miy-121" style="edgeStyle=orthogonalEdgeStyle;rounded=0;orthogonalLoop=1;jettySize=auto;html=1;entryX=0.5;entryY=0;entryDx=0;entryDy=0;" target="In8fDh9ZLN2M87an2Miy-69">
          <mxGeometry relative="1" as="geometry" />
        </mxCell>
        <mxCell id="In8fDh9ZLN2M87an2Miy-121" parent="1" style="rhombus;whiteSpace=wrap;html=1;" value="processed_at &lt;br&gt;is not null" vertex="1">
          <mxGeometry height="115" width="110" x="4249.5" y="1375" as="geometry" />
        </mxCell>
        <mxCell id="In8fDh9ZLN2M87an2Miy-123" parent="1" style="whiteSpace=wrap;html=1;" value="skip processing" vertex="1">
          <mxGeometry height="60" width="120" x="4434.5" y="1402.5" as="geometry" />
        </mxCell>
        <mxCell id="In8fDh9ZLN2M87an2Miy-216" edge="1" parent="1" source="In8fDh9ZLN2M87an2Miy-126" style="edgeStyle=orthogonalEdgeStyle;rounded=0;orthogonalLoop=1;jettySize=auto;html=1;entryX=0.5;entryY=0;entryDx=0;entryDy=0;" target="In8fDh9ZLN2M87an2Miy-214">
          <mxGeometry relative="1" as="geometry" />
        </mxCell>
        <mxCell id="In8fDh9ZLN2M87an2Miy-126" parent="1" style="whiteSpace=wrap;html=1;" value="polaris&lt;br&gt;/loan/&lt;span style=&quot;white-space: pre-wrap; color: rgb(33, 33, 33); font-family: Inter, system-ui, -apple-system, &amp;quot;system-ui&amp;quot;, &amp;quot;Segoe UI&amp;quot;, Roboto, Oxygen, Ubuntu, Cantarell, &amp;quot;Fira Sans&amp;quot;, &amp;quot;Droid Sans&amp;quot;, Helvetica, Arial, sans-serif; text-align: left; background-color: rgb(255, 255, 255);&quot;&gt;grantLoanNonCash&lt;/span&gt;" vertex="1">
          <mxGeometry height="60" width="157.38" x="4223.93" y="2440" as="geometry" />
        </mxCell>
        <mxCell id="In8fDh9ZLN2M87an2Miy-130" parent="1" style="rounded=0;whiteSpace=wrap;html=1;fontSize=21;" value="WHERE TO TRIGGER CGW???" vertex="1">
          <mxGeometry height="290" width="450.63" x="5420" y="2815" as="geometry" />
        </mxCell>
        <mxCell id="In8fDh9ZLN2M87an2Miy-133" edge="1" parent="1" source="In8fDh9ZLN2M87an2Miy-131" style="edgeStyle=orthogonalEdgeStyle;rounded=0;orthogonalLoop=1;jettySize=auto;html=1;" target="In8fDh9ZLN2M87an2Miy-88" value="">
          <mxGeometry relative="1" as="geometry" />
        </mxCell>
        <mxCell id="In8fDh9ZLN2M87an2Miy-131" parent="1" style="whiteSpace=wrap;html=1;" value="processed_at = now" vertex="1">
          <mxGeometry height="60" width="120" x="5616.37" y="1942.5" as="geometry" />
        </mxCell>
        <mxCell id="In8fDh9ZLN2M87an2Miy-141" edge="1" parent="1" source="In8fDh9ZLN2M87an2Miy-134" style="edgeStyle=orthogonalEdgeStyle;rounded=0;orthogonalLoop=1;jettySize=auto;html=1;entryX=0;entryY=0.5;entryDx=0;entryDy=0;" target="In8fDh9ZLN2M87an2Miy-139">
          <mxGeometry relative="1" as="geometry" />
        </mxCell>
        <mxCell id="In8fDh9ZLN2M87an2Miy-145" edge="1" parent="1" source="In8fDh9ZLN2M87an2Miy-134" style="edgeStyle=orthogonalEdgeStyle;rounded=0;orthogonalLoop=1;jettySize=auto;html=1;" target="In8fDh9ZLN2M87an2Miy-144" value="">
          <mxGeometry relative="1" as="geometry" />
        </mxCell>
        <mxCell id="In8fDh9ZLN2M87an2Miy-134" parent="1" style="rhombus;whiteSpace=wrap;html=1;" value="casa -&amp;gt; domestic (CGW)&lt;br&gt;exists?" vertex="1">
          <mxGeometry height="180" width="190" x="4860" y="2190" as="geometry" />
        </mxCell>
        <mxCell id="In8fDh9ZLN2M87an2Miy-142" edge="1" parent="1" source="In8fDh9ZLN2M87an2Miy-139" style="edgeStyle=orthogonalEdgeStyle;rounded=0;orthogonalLoop=1;jettySize=auto;html=1;entryX=0;entryY=0.5;entryDx=0;entryDy=0;" target="In8fDh9ZLN2M87an2Miy-113">
          <mxGeometry relative="1" as="geometry" />
        </mxCell>
        <mxCell id="In8fDh9ZLN2M87an2Miy-227" edge="1" parent="1" source="In8fDh9ZLN2M87an2Miy-139" style="edgeStyle=orthogonalEdgeStyle;rounded=0;orthogonalLoop=1;jettySize=auto;html=1;entryX=1;entryY=0.5;entryDx=0;entryDy=0;" target="In8fDh9ZLN2M87an2Miy-225">
          <mxGeometry relative="1" as="geometry">
            <Array as="points">
              <mxPoint x="5196" y="2460" />
            </Array>
          </mxGeometry>
        </mxCell>
        <mxCell id="In8fDh9ZLN2M87an2Miy-139" parent="1" style="rhombus;whiteSpace=wrap;html=1;" value="casa -&amp;gt; domestic (CGW)&lt;br&gt;amount match" vertex="1">
          <mxGeometry height="180" width="172.5" x="5110" y="2190" as="geometry" />
        </mxCell>
        <mxCell id="In8fDh9ZLN2M87an2Miy-147" edge="1" parent="1" source="In8fDh9ZLN2M87an2Miy-144" style="edgeStyle=orthogonalEdgeStyle;rounded=0;orthogonalLoop=1;jettySize=auto;html=1;" target="In8fDh9ZLN2M87an2Miy-146" value="">
          <mxGeometry relative="1" as="geometry" />
        </mxCell>
        <mxCell id="In8fDh9ZLN2M87an2Miy-144" parent="1" style="whiteSpace=wrap;html=1;" value="Trigger CGW" vertex="1">
          <mxGeometry height="60" width="120" x="4895" y="2510" as="geometry" />
        </mxCell>
        <mxCell id="In8fDh9ZLN2M87an2Miy-148" edge="1" parent="1" source="In8fDh9ZLN2M87an2Miy-146" style="edgeStyle=orthogonalEdgeStyle;rounded=0;orthogonalLoop=1;jettySize=auto;html=1;entryX=0.5;entryY=1;entryDx=0;entryDy=0;" target="In8fDh9ZLN2M87an2Miy-113">
          <mxGeometry relative="1" as="geometry" />
        </mxCell>
        <mxCell id="In8fDh9ZLN2M87an2Miy-150" edge="1" parent="1" source="In8fDh9ZLN2M87an2Miy-146" style="edgeStyle=orthogonalEdgeStyle;rounded=0;orthogonalLoop=1;jettySize=auto;html=1;" target="In8fDh9ZLN2M87an2Miy-149" value="">
          <mxGeometry relative="1" as="geometry" />
        </mxCell>
        <mxCell id="In8fDh9ZLN2M87an2Miy-146" parent="1" style="rhombus;whiteSpace=wrap;html=1;" value="200" vertex="1">
          <mxGeometry height="80" width="80" x="5115" y="2500" as="geometry" />
        </mxCell>
        <mxCell id="In8fDh9ZLN2M87an2Miy-149" parent="1" style="whiteSpace=wrap;html=1;" value="next_retry_at = now + 5min" vertex="1">
          <mxGeometry height="60" width="155" x="5077.5" y="2650" as="geometry" />
        </mxCell>
        <mxCell id="In8fDh9ZLN2M87an2Miy-176" edge="1" parent="1" source="In8fDh9ZLN2M87an2Miy-152" style="edgeStyle=orthogonalEdgeStyle;rounded=0;orthogonalLoop=1;jettySize=auto;html=1;" target="In8fDh9ZLN2M87an2Miy-175" value="">
          <mxGeometry relative="1" as="geometry" />
        </mxCell>
        <mxCell id="In8fDh9ZLN2M87an2Miy-244" edge="1" parent="1" source="In8fDh9ZLN2M87an2Miy-152" style="edgeStyle=orthogonalEdgeStyle;rounded=0;orthogonalLoop=1;jettySize=auto;html=1;entryX=0;entryY=0.5;entryDx=0;entryDy=0;" target="In8fDh9ZLN2M87an2Miy-162">
          <mxGeometry relative="1" as="geometry" />
        </mxCell>
        <mxCell id="In8fDh9ZLN2M87an2Miy-152" parent="1" style="rhombus;whiteSpace=wrap;html=1;align=center;" value="&lt;div style=&quot;&quot;&gt;&lt;span style=&quot;background-color: transparent; color: light-dark(rgb(0, 0, 0), rgb(255, 255, 255));&quot;&gt;&lt;b&gt;request amount &amp;lt;=&amp;nbsp;&lt;br&gt;&lt;/b&gt;&lt;/span&gt;&lt;span style=&quot;font-weight: 700; background-color: transparent; color: light-dark(rgb(0, 0, 0), rgb(255, 255, 255));&quot;&gt;credit_line_accounts.available_amount&lt;/span&gt;&lt;/div&gt;" vertex="1">
          <mxGeometry height="285" width="270" x="990" y="992.5" as="geometry" />
        </mxCell>
        <mxCell id="P7TJZT1PVnBYbLh7lMs1-37" edge="1" parent="1" source="In8fDh9ZLN2M87an2Miy-161" style="edgeStyle=orthogonalEdgeStyle;rounded=0;orthogonalLoop=1;jettySize=auto;html=1;entryX=0;entryY=0.5;entryDx=0;entryDy=0;" target="In8fDh9ZLN2M87an2Miy-228">
          <mxGeometry relative="1" as="geometry" />
        </mxCell>
        <mxCell id="In8fDh9ZLN2M87an2Miy-161" parent="1" style="rounded=0;whiteSpace=wrap;html=1;" value="&lt;span style=&quot;font-weight: 700;&quot;&gt;credit_line_accounts&lt;br&gt;&lt;/span&gt;row lock" vertex="1">
          <mxGeometry height="60" width="145" x="280" y="1105" as="geometry" />
        </mxCell>
        <mxCell id="In8fDh9ZLN2M87an2Miy-165" edge="1" parent="1" source="In8fDh9ZLN2M87an2Miy-162" style="edgeStyle=orthogonalEdgeStyle;rounded=0;orthogonalLoop=1;jettySize=auto;html=1;" target="In8fDh9ZLN2M87an2Miy-12">
          <mxGeometry relative="1" as="geometry" />
        </mxCell>
        <mxCell id="In8fDh9ZLN2M87an2Miy-162" parent="1" style="rounded=0;whiteSpace=wrap;html=1;" value="&lt;span style=&quot;font-weight: 700; text-align: left;&quot;&gt;ROWLOCK -&amp;gt;&lt;br&gt;credit_line_accounts.reserved_amount &lt;br&gt;+= amount&lt;/span&gt;" vertex="1">
          <mxGeometry height="60" width="250" x="1360" y="1105" as="geometry" />
        </mxCell>
        <mxCell id="In8fDh9ZLN2M87an2Miy-174" parent="1" style="text;html=1;whiteSpace=wrap;strokeColor=none;fillColor=none;align=center;verticalAlign=middle;rounded=0;" value="&lt;div style=&quot;background-color:#ffffff;color:#080808&quot;&gt;&lt;pre style=&quot;font-family:&#39;JetBrains Mono&#39;,monospace;font-size:9.8pt;&quot;&gt;&lt;span style=&quot;color:#9e880d;&quot;&gt;@Transactional&lt;/span&gt;(propagation = &lt;span style=&quot;color:#000000;&quot;&gt;Propagation&lt;/span&gt;.&lt;span style=&quot;color:#871094;font-style:italic;&quot;&gt;REQUIRES_NEW&lt;/span&gt;)&lt;/pre&gt;&lt;/div&gt;" vertex="1">
          <mxGeometry height="30" width="240" x="1005" y="900" as="geometry" />
        </mxCell>
        <mxCell id="In8fDh9ZLN2M87an2Miy-175" parent="1" style="whiteSpace=wrap;html=1;" value="Rollback, return error" vertex="1">
          <mxGeometry height="60" width="132.5" x="1058.75" y="1352.5" as="geometry" />
        </mxCell>
        <mxCell id="In8fDh9ZLN2M87an2Miy-185" parent="1" style="whiteSpace=wrap;html=1;fontStyle=0;startSize=30;horizontal=1;" value="return success to client&lt;br&gt;(&quot;Request succeeded, will be processed within 5-10 mins&quot;?)" vertex="1">
          <mxGeometry height="162.5" width="210" x="2050" y="1053.75" as="geometry" />
        </mxCell>
        <mxCell id="In8fDh9ZLN2M87an2Miy-189" parent="1" style="text;html=1;whiteSpace=wrap;strokeColor=none;fillColor=none;align=center;verticalAlign=middle;rounded=0;fontSize=26;" value="&lt;div style=&quot;background-color:#ffffff;color:#080808&quot;&gt;&lt;pre style=&quot;font-family: &amp;quot;JetBrains Mono&amp;quot;, monospace;&quot;&gt;&lt;span style=&quot;color:#9e880d;&quot;&gt;@Transactional&lt;/span&gt;(propagation = &lt;span style=&quot;color:#000000;&quot;&gt;Propagation&lt;/span&gt;.&lt;span style=&quot;color:#871094;font-style:italic;&quot;&gt;REQUIRES_NEW&lt;/span&gt;)&lt;/pre&gt;&lt;/div&gt;" vertex="1">
          <mxGeometry height="30" width="240" x="4918.87" y="1265" as="geometry" />
        </mxCell>
        <mxCell id="In8fDh9ZLN2M87an2Miy-198" parent="1" style="text;html=1;whiteSpace=wrap;strokeColor=none;fillColor=none;align=center;verticalAlign=middle;rounded=0;fontSize=32;" value="BNPL request flow" vertex="1">
          <mxGeometry height="30" width="470" x="-80" y="2930" as="geometry" />
        </mxCell>
        <mxCell id="In8fDh9ZLN2M87an2Miy-199" edge="1" parent="1" source="In8fDh9ZLN2M87an2Miy-200" style="edgeStyle=orthogonalEdgeStyle;rounded=0;orthogonalLoop=1;jettySize=auto;html=1;" target="In8fDh9ZLN2M87an2Miy-202" value="">
          <mxGeometry relative="1" as="geometry" />
        </mxCell>
        <mxCell id="In8fDh9ZLN2M87an2Miy-200" parent="1" style="shape=umlActor;verticalLabelPosition=bottom;verticalAlign=top;html=1;outlineConnect=0;" value="Actor" vertex="1">
          <mxGeometry height="60" width="30" x="20" y="3135" as="geometry" />
        </mxCell>
        <mxCell id="In8fDh9ZLN2M87an2Miy-201" edge="1" parent="1" source="In8fDh9ZLN2M87an2Miy-202" style="edgeStyle=orthogonalEdgeStyle;rounded=0;orthogonalLoop=1;jettySize=auto;html=1;entryX=0.011;entryY=0.06;entryDx=0;entryDy=0;entryPerimeter=0;" target="In8fDh9ZLN2M87an2Miy-209" value="">
          <mxGeometry relative="1" as="geometry">
            <mxPoint x="440" y="3165" as="targetPoint" />
          </mxGeometry>
        </mxCell>
        <mxCell id="In8fDh9ZLN2M87an2Miy-202" parent="1" style="whiteSpace=wrap;html=1;verticalAlign=top;" value="&lt;div&gt;&lt;br&gt;&lt;/div&gt;&lt;div&gt;One tap loan&lt;/div&gt;" vertex="1">
          <mxGeometry height="60" width="120" x="230" y="3135" as="geometry" />
        </mxCell>
        <mxCell id="In8fDh9ZLN2M87an2Miy-203" edge="1" parent="1" source="In8fDh9ZLN2M87an2Miy-205" style="edgeStyle=orthogonalEdgeStyle;rounded=0;orthogonalLoop=1;jettySize=auto;html=1;" target="In8fDh9ZLN2M87an2Miy-206" value="">
          <mxGeometry relative="1" as="geometry" />
        </mxCell>
        <mxCell id="In8fDh9ZLN2M87an2Miy-204" connectable="0" parent="In8fDh9ZLN2M87an2Miy-203" style="edgeLabel;html=1;align=center;verticalAlign=middle;resizable=0;points=[];" value="0" vertex="1">
          <mxGeometry relative="1" x="-0.2091" y="-1" as="geometry">
            <mxPoint as="offset" />
          </mxGeometry>
        </mxCell>
        <mxCell id="In8fDh9ZLN2M87an2Miy-213" edge="1" parent="1" source="In8fDh9ZLN2M87an2Miy-205" style="edgeStyle=orthogonalEdgeStyle;rounded=0;orthogonalLoop=1;jettySize=auto;html=1;" target="In8fDh9ZLN2M87an2Miy-212" value="">
          <mxGeometry relative="1" as="geometry" />
        </mxCell>
        <mxCell id="In8fDh9ZLN2M87an2Miy-205" parent="1" style="rhombus;whiteSpace=wrap;html=1;verticalAlign=top;" value="&lt;br&gt;&lt;br&gt;&lt;div&gt;&lt;br&gt;&lt;/div&gt;&lt;div&gt;Loan validation&lt;br&gt;success&lt;/div&gt;" vertex="1">
          <mxGeometry height="120" width="140" x="720" y="3105" as="geometry" />
        </mxCell>
        <mxCell id="In8fDh9ZLN2M87an2Miy-206" parent="1" style="whiteSpace=wrap;html=1;verticalAlign=middle;" value="Return err message" vertex="1">
          <mxGeometry height="60" width="120" x="730" y="3305" as="geometry" />
        </mxCell>
        <mxCell id="In8fDh9ZLN2M87an2Miy-207" edge="1" parent="1" source="In8fDh9ZLN2M87an2Miy-208" style="edgeStyle=orthogonalEdgeStyle;rounded=0;orthogonalLoop=1;jettySize=auto;html=1;entryX=0;entryY=0.5;entryDx=0;entryDy=0;" target="In8fDh9ZLN2M87an2Miy-205">
          <mxGeometry relative="1" as="geometry" />
        </mxCell>
        <mxCell id="In8fDh9ZLN2M87an2Miy-208" parent="1" style="swimlane;fontStyle=0;childLayout=stackLayout;horizontal=1;startSize=30;horizontalStack=0;resizeParent=1;resizeParentMax=0;resizeLast=0;collapsible=1;marginBottom=0;whiteSpace=wrap;html=1;" value="Validations" vertex="1">
          <mxGeometry height="120" width="140" x="460" y="3135" as="geometry" />
        </mxCell>
        <mxCell id="In8fDh9ZLN2M87an2Miy-209" parent="In8fDh9ZLN2M87an2Miy-208" style="text;strokeColor=none;fillColor=none;align=left;verticalAlign=middle;spacingLeft=4;spacingRight=4;overflow=hidden;points=[[0,0.5],[1,0.5]];portConstraint=eastwest;rotatable=0;whiteSpace=wrap;html=1;" value="user status" vertex="1">
          <mxGeometry height="30" width="140" y="30" as="geometry" />
        </mxCell>
        <mxCell id="In8fDh9ZLN2M87an2Miy-210" parent="In8fDh9ZLN2M87an2Miy-208" style="text;strokeColor=none;fillColor=none;align=left;verticalAlign=middle;spacingLeft=4;spacingRight=4;overflow=hidden;points=[[0,0.5],[1,0.5]];portConstraint=eastwest;rotatable=0;whiteSpace=wrap;html=1;" value="kyc status" vertex="1">
          <mxGeometry height="30" width="140" y="60" as="geometry" />
        </mxCell>
        <mxCell id="In8fDh9ZLN2M87an2Miy-211" parent="In8fDh9ZLN2M87an2Miy-208" style="text;strokeColor=none;fillColor=none;align=left;verticalAlign=middle;spacingLeft=4;spacingRight=4;overflow=hidden;points=[[0,0.5],[1,0.5]];portConstraint=eastwest;rotatable=0;whiteSpace=wrap;html=1;" value="loan limit status" vertex="1">
          <mxGeometry height="30" width="140" y="90" as="geometry" />
        </mxCell>
        <mxCell id="In8fDh9ZLN2M87an2Miy-212" parent="1" style="whiteSpace=wrap;html=1;verticalAlign=middle;" value="Same as one-tap ??" vertex="1">
          <mxGeometry height="60" width="120" x="950" y="3135" as="geometry" />
        </mxCell>
        <mxCell id="In8fDh9ZLN2M87an2Miy-218" edge="1" parent="1" source="In8fDh9ZLN2M87an2Miy-214" style="edgeStyle=orthogonalEdgeStyle;rounded=0;orthogonalLoop=1;jettySize=auto;html=1;entryX=0;entryY=0.5;entryDx=0;entryDy=0;" target="In8fDh9ZLN2M87an2Miy-134">
          <mxGeometry relative="1" as="geometry">
            <Array as="points">
              <mxPoint x="4860" y="2630" />
            </Array>
          </mxGeometry>
        </mxCell>
        <mxCell id="In8fDh9ZLN2M87an2Miy-221" edge="1" parent="1" source="In8fDh9ZLN2M87an2Miy-214" style="edgeStyle=orthogonalEdgeStyle;rounded=0;orthogonalLoop=1;jettySize=auto;html=1;entryX=0;entryY=0.5;entryDx=0;entryDy=0;" target="In8fDh9ZLN2M87an2Miy-149">
          <mxGeometry relative="1" as="geometry">
            <Array as="points">
              <mxPoint x="4303" y="2680" />
            </Array>
          </mxGeometry>
        </mxCell>
        <mxCell id="In8fDh9ZLN2M87an2Miy-214" parent="1" style="rhombus;whiteSpace=wrap;html=1;" value="200" vertex="1">
          <mxGeometry height="80" width="80" x="4262.62" y="2590" as="geometry" />
        </mxCell>
        <mxCell id="In8fDh9ZLN2M87an2Miy-223" edge="1" parent="1" source="In8fDh9ZLN2M87an2Miy-222" style="edgeStyle=orthogonalEdgeStyle;rounded=0;orthogonalLoop=1;jettySize=auto;html=1;" target="In8fDh9ZLN2M87an2Miy-134">
          <mxGeometry relative="1" as="geometry" />
        </mxCell>
        <mxCell id="In8fDh9ZLN2M87an2Miy-226" edge="1" parent="1" source="In8fDh9ZLN2M87an2Miy-222" style="edgeStyle=orthogonalEdgeStyle;rounded=0;orthogonalLoop=1;jettySize=auto;html=1;" target="In8fDh9ZLN2M87an2Miy-225" value="">
          <mxGeometry relative="1" as="geometry" />
        </mxCell>
        <mxCell id="In8fDh9ZLN2M87an2Miy-222" parent="1" style="rhombus;whiteSpace=wrap;html=1;" value="loan -&amp;gt; casa &lt;br&gt;amount match" vertex="1">
          <mxGeometry height="156.25" width="155" x="4561.37" y="2201.88" as="geometry" />
        </mxCell>
        <mxCell id="In8fDh9ZLN2M87an2Miy-225" parent="1" style="whiteSpace=wrap;html=1;" value="status = manual_review??" vertex="1">
          <mxGeometry height="60" width="120" x="4578.87" y="2429.995" as="geometry" />
        </mxCell>
        <mxCell id="P7TJZT1PVnBYbLh7lMs1-38" edge="1" parent="1" source="In8fDh9ZLN2M87an2Miy-228" style="edgeStyle=orthogonalEdgeStyle;rounded=0;orthogonalLoop=1;jettySize=auto;html=1;entryX=0.5;entryY=0;entryDx=0;entryDy=0;" target="In8fDh9ZLN2M87an2Miy-233">
          <mxGeometry relative="1" as="geometry" />
        </mxCell>
        <mxCell id="P7TJZT1PVnBYbLh7lMs1-39" edge="1" parent="1" source="In8fDh9ZLN2M87an2Miy-228" style="edgeStyle=orthogonalEdgeStyle;rounded=0;orthogonalLoop=1;jettySize=auto;html=1;" target="In8fDh9ZLN2M87an2Miy-152">
          <mxGeometry relative="1" as="geometry" />
        </mxCell>
        <mxCell id="In8fDh9ZLN2M87an2Miy-228" parent="1" style="rhombus;whiteSpace=wrap;html=1;" value="Polaris&lt;br&gt;/line/&lt;span style=&quot;color: rgb(33, 33, 33); font-family: Inter, system-ui, -apple-system, &amp;quot;system-ui&amp;quot;, &amp;quot;Segoe UI&amp;quot;, Roboto, Oxygen, Ubuntu, Cantarell, &amp;quot;Fira Sans&amp;quot;, &amp;quot;Droid Sans&amp;quot;, Helvetica, Arial, sans-serif; text-align: left; white-space: pre-wrap; background-color: rgb(255, 255, 255);&quot;&gt;getAccountDetail&lt;/span&gt;&lt;br&gt;200" vertex="1">
          <mxGeometry height="225" width="250" x="570" y="1022.5" as="geometry" />
        </mxCell>
        <mxCell id="In8fDh9ZLN2M87an2Miy-236" edge="1" parent="1" source="In8fDh9ZLN2M87an2Miy-233" style="edgeStyle=orthogonalEdgeStyle;rounded=0;orthogonalLoop=1;jettySize=auto;html=1;" target="In8fDh9ZLN2M87an2Miy-235" value="">
          <mxGeometry relative="1" as="geometry" />
        </mxCell>
        <mxCell id="In8fDh9ZLN2M87an2Miy-242" edge="1" parent="1" source="In8fDh9ZLN2M87an2Miy-233" style="edgeStyle=orthogonalEdgeStyle;rounded=0;orthogonalLoop=1;jettySize=auto;html=1;entryX=0;entryY=0.5;entryDx=0;entryDy=0;" target="In8fDh9ZLN2M87an2Miy-241" value="">
          <mxGeometry relative="1" as="geometry">
            <mxPoint x="765" y="1362.5" as="targetPoint" />
          </mxGeometry>
        </mxCell>
        <mxCell id="In8fDh9ZLN2M87an2Miy-233" parent="1" style="rhombus;whiteSpace=wrap;html=1;" value="501" vertex="1">
          <mxGeometry height="80" width="80" x="655" y="1322.5" as="geometry" />
        </mxCell>
        <mxCell id="In8fDh9ZLN2M87an2Miy-238" edge="1" parent="1" source="In8fDh9ZLN2M87an2Miy-235" style="edgeStyle=orthogonalEdgeStyle;rounded=0;orthogonalLoop=1;jettySize=auto;html=1;entryX=0;entryY=0.5;entryDx=0;entryDy=0;" target="In8fDh9ZLN2M87an2Miy-237" value="">
          <mxGeometry relative="1" as="geometry">
            <mxPoint x="835" y="1615" as="targetPoint" />
          </mxGeometry>
        </mxCell>
        <mxCell id="In8fDh9ZLN2M87an2Miy-240" edge="1" parent="1" source="In8fDh9ZLN2M87an2Miy-235" style="edgeStyle=orthogonalEdgeStyle;rounded=0;orthogonalLoop=1;jettySize=auto;html=1;" target="In8fDh9ZLN2M87an2Miy-239" value="">
          <mxGeometry relative="1" as="geometry" />
        </mxCell>
        <mxCell id="In8fDh9ZLN2M87an2Miy-235" parent="1" style="rhombus;whiteSpace=wrap;html=1;" value="timeout, http err" vertex="1">
          <mxGeometry height="125" width="120" x="635" y="1552.5" as="geometry" />
        </mxCell>
        <mxCell id="In8fDh9ZLN2M87an2Miy-237" parent="1" style="whiteSpace=wrap;html=1;" value="return err msg&lt;br&gt;try again" vertex="1">
          <mxGeometry height="60" width="120" x="855" y="1585" as="geometry" />
        </mxCell>
        <mxCell id="In8fDh9ZLN2M87an2Miy-239" parent="1" style="whiteSpace=wrap;html=1;" value="return err msg&lt;br&gt;try again?" vertex="1">
          <mxGeometry height="60" width="120" x="635" y="1740" as="geometry" />
        </mxCell>
        <mxCell id="In8fDh9ZLN2M87an2Miy-241" parent="1" style="whiteSpace=wrap;html=1;" value="return err msg?" vertex="1">
          <mxGeometry height="60" width="120" x="845" y="1332.5" as="geometry" />
        </mxCell>
        <mxCell id="P7TJZT1PVnBYbLh7lMs1-3" parent="1" style="whiteSpace=wrap;html=1;rounded=0;" value="Polaris&lt;br&gt;/line/openAccount" vertex="1">
          <mxGeometry height="60" width="120" x="2420" y="210" as="geometry" />
        </mxCell>
        <mxCell id="P7TJZT1PVnBYbLh7lMs1-5" parent="1" style="swimlane;fontStyle=0;childLayout=stackLayout;horizontal=1;startSize=30;horizontalStack=0;resizeParent=1;resizeParentMax=0;resizeLast=0;collapsible=1;marginBottom=0;whiteSpace=wrap;html=1;" value="expected calls in order:" vertex="1">
          <mxGeometry height="210" width="270" x="3160" y="1991.88" as="geometry" />
        </mxCell>
        <mxCell id="P7TJZT1PVnBYbLh7lMs1-6" parent="P7TJZT1PVnBYbLh7lMs1-5" style="text;strokeColor=none;fillColor=none;align=left;verticalAlign=middle;spacingLeft=4;spacingRight=4;overflow=hidden;points=[[0,0.5],[1,0.5]];portConstraint=eastwest;rotatable=0;whiteSpace=wrap;html=1;" value="&lt;span style=&quot;text-align: center;&quot;&gt;/loan/createAccount - no retry&lt;/span&gt;" vertex="1">
          <mxGeometry height="30" width="270" y="30" as="geometry" />
        </mxCell>
        <mxCell id="P7TJZT1PVnBYbLh7lMs1-7" parent="P7TJZT1PVnBYbLh7lMs1-5" style="text;strokeColor=none;fillColor=none;align=left;verticalAlign=middle;spacingLeft=4;spacingRight=4;overflow=hidden;points=[[0,0.5],[1,0.5]];portConstraint=eastwest;rotatable=0;whiteSpace=wrap;html=1;" value="&lt;span style=&quot;text-align: center;&quot;&gt;/loan/&lt;/span&gt;&lt;span style=&quot;background-color: rgb(252, 246, 219); color: rgb(0, 0, 0); font-family: &amp;quot;Anonymous Pro&amp;quot;, Menlo, Consolas, &amp;quot;Bitstream Vera Sans Mono&amp;quot;, &amp;quot;Courier New&amp;quot;, monospace; font-size: 0.9em;&quot;&gt;createNrsSchedule - retry&lt;/span&gt;" vertex="1">
          <mxGeometry height="30" width="270" y="60" as="geometry" />
        </mxCell>
        <mxCell id="P7TJZT1PVnBYbLh7lMs1-8" parent="P7TJZT1PVnBYbLh7lMs1-5" style="text;strokeColor=none;fillColor=none;align=left;verticalAlign=middle;spacingLeft=4;spacingRight=4;overflow=hidden;points=[[0,0.5],[1,0.5]];portConstraint=eastwest;rotatable=0;whiteSpace=wrap;html=1;" value="&lt;span style=&quot;text-align: center;&quot;&gt;/loan/openAccount - retry&lt;/span&gt;" vertex="1">
          <mxGeometry height="30" width="270" y="90" as="geometry" />
        </mxCell>
        <mxCell id="P7TJZT1PVnBYbLh7lMs1-9" parent="P7TJZT1PVnBYbLh7lMs1-5" style="text;strokeColor=none;fillColor=none;align=left;verticalAlign=middle;spacingLeft=4;spacingRight=4;overflow=hidden;points=[[0,0.5],[1,0.5]];portConstraint=eastwest;rotatable=0;whiteSpace=wrap;html=1;" value="&lt;span style=&quot;font-family: &amp;quot;Anonymous Pro&amp;quot;, Menlo, Consolas, &amp;quot;Bitstream Vera Sans Mono&amp;quot;, &amp;quot;Courier New&amp;quot;, monospace; font-size: 10.8px; white-space: pre-wrap;&quot;&gt;&lt;font style=&quot;color: light-dark(rgb(237, 237, 237), rgb(255, 255, 255));&quot;&gt;/line/linkLineAccountToLoan - retry?&lt;/font&gt;&lt;/span&gt;" vertex="1">
          <mxGeometry height="30" width="270" y="120" as="geometry" />
        </mxCell>
        <mxCell id="P7TJZT1PVnBYbLh7lMs1-10" parent="P7TJZT1PVnBYbLh7lMs1-5" style="text;strokeColor=none;fillColor=none;align=left;verticalAlign=middle;spacingLeft=4;spacingRight=4;overflow=hidden;points=[[0,0.5],[1,0.5]];portConstraint=eastwest;rotatable=0;whiteSpace=wrap;html=1;" value="&lt;span style=&quot;text-align: center;&quot;&gt;/loan/&lt;/span&gt;&lt;span style=&quot;white-space: pre-wrap; color: rgb(33, 33, 33); font-family: Inter, system-ui, -apple-system, &amp;quot;system-ui&amp;quot;, &amp;quot;Segoe UI&amp;quot;, Roboto, Oxygen, Ubuntu, Cantarell, &amp;quot;Fira Sans&amp;quot;, &amp;quot;Droid Sans&amp;quot;, Helvetica, Arial, sans-serif; background-color: rgb(255, 255, 255);&quot;&gt;grantLoanNonCash - retry&lt;/span&gt;" vertex="1">
          <mxGeometry height="30" width="270" y="150" as="geometry" />
        </mxCell>
        <mxCell id="P7TJZT1PVnBYbLh7lMs1-11" parent="P7TJZT1PVnBYbLh7lMs1-5" style="text;strokeColor=none;fillColor=none;align=left;verticalAlign=middle;spacingLeft=4;spacingRight=4;overflow=hidden;points=[[0,0.5],[1,0.5]];portConstraint=eastwest;rotatable=0;whiteSpace=wrap;html=1;" value="&lt;font face=&quot;Inter, system-ui, -apple-system, system-ui, Segoe UI, Roboto, Oxygen, Ubuntu, Cantarell, Fira Sans, Droid Sans, Helvetica, Arial, sans-serif&quot; style=&quot;color: light-dark(rgb(188, 188, 188), rgb(255, 255, 255));&quot;&gt;&lt;span style=&quot;white-space-collapse: preserve;&quot;&gt;CGW Trigger ??&lt;/span&gt;&lt;/font&gt;" vertex="1">
          <mxGeometry height="30" width="270" y="180" as="geometry" />
        </mxCell>
        <mxCell id="P7TJZT1PVnBYbLh7lMs1-17" edge="1" parent="1" source="P7TJZT1PVnBYbLh7lMs1-15" style="edgeStyle=orthogonalEdgeStyle;rounded=0;orthogonalLoop=1;jettySize=auto;html=1;" target="P7TJZT1PVnBYbLh7lMs1-16" value="">
          <mxGeometry relative="1" as="geometry" />
        </mxCell>
        <mxCell id="P7TJZT1PVnBYbLh7lMs1-15" parent="1" style="rounded=0;whiteSpace=wrap;html=1;" value="/loan/&lt;span style=&quot;background-color: rgb(252, 246, 219); color: rgb(0, 0, 0); font-family: &amp;quot;Anonymous Pro&amp;quot;, Menlo, Consolas, &amp;quot;Bitstream Vera Sans Mono&amp;quot;, &amp;quot;Courier New&amp;quot;, monospace; font-size: 0.9em; text-align: start;&quot;&gt;getCustomerLoanAccountList&lt;/span&gt;" vertex="1">
          <mxGeometry height="60" width="270" x="2890" y="2243.75" as="geometry" />
        </mxCell>
        <mxCell id="P7TJZT1PVnBYbLh7lMs1-23" edge="1" parent="1" source="P7TJZT1PVnBYbLh7lMs1-16" style="edgeStyle=orthogonalEdgeStyle;rounded=0;orthogonalLoop=1;jettySize=auto;html=1;" target="P7TJZT1PVnBYbLh7lMs1-22" value="">
          <mxGeometry relative="1" as="geometry" />
        </mxCell>
        <mxCell id="P7TJZT1PVnBYbLh7lMs1-33" edge="1" parent="1" source="P7TJZT1PVnBYbLh7lMs1-16" style="edgeStyle=orthogonalEdgeStyle;rounded=0;orthogonalLoop=1;jettySize=auto;html=1;" target="P7TJZT1PVnBYbLh7lMs1-32" value="">
          <mxGeometry relative="1" as="geometry" />
        </mxCell>
        <mxCell id="P7TJZT1PVnBYbLh7lMs1-16" parent="1" style="rhombus;whiteSpace=wrap;html=1;rounded=0;" value="product match&lt;br&gt;amount match&lt;br&gt;status = new" vertex="1">
          <mxGeometry height="190" width="190" x="2930" y="2371.87" as="geometry" />
        </mxCell>
        <mxCell id="P7TJZT1PVnBYbLh7lMs1-25" edge="1" parent="1" source="P7TJZT1PVnBYbLh7lMs1-22" style="edgeStyle=orthogonalEdgeStyle;rounded=0;orthogonalLoop=1;jettySize=auto;html=1;" target="P7TJZT1PVnBYbLh7lMs1-24" value="">
          <mxGeometry relative="1" as="geometry" />
        </mxCell>
        <mxCell id="P7TJZT1PVnBYbLh7lMs1-22" parent="1" style="whiteSpace=wrap;html=1;rounded=0;" value="/loan/&lt;span style=&quot;background-color: rgb(252, 246, 219); color: rgb(0, 0, 0); font-family: &amp;quot;Anonymous Pro&amp;quot;, Menlo, Consolas, &amp;quot;Bitstream Vera Sans Mono&amp;quot;, &amp;quot;Courier New&amp;quot;, monospace; font-size: 0.9em; text-align: start;&quot;&gt;getNrsSchedule&lt;/span&gt;" vertex="1">
          <mxGeometry height="60" width="215" x="3200" y="2436.87" as="geometry" />
        </mxCell>
        <mxCell id="P7TJZT1PVnBYbLh7lMs1-29" edge="1" parent="1" source="P7TJZT1PVnBYbLh7lMs1-24" style="edgeStyle=orthogonalEdgeStyle;rounded=0;orthogonalLoop=1;jettySize=auto;html=1;" target="P7TJZT1PVnBYbLh7lMs1-28" value="">
          <mxGeometry relative="1" as="geometry" />
        </mxCell>
        <mxCell id="P7TJZT1PVnBYbLh7lMs1-31" edge="1" parent="1" source="P7TJZT1PVnBYbLh7lMs1-24" style="edgeStyle=orthogonalEdgeStyle;rounded=0;orthogonalLoop=1;jettySize=auto;html=1;" target="P7TJZT1PVnBYbLh7lMs1-30" value="">
          <mxGeometry relative="1" as="geometry" />
        </mxCell>
        <mxCell id="P7TJZT1PVnBYbLh7lMs1-24" parent="1" style="rhombus;whiteSpace=wrap;html=1;rounded=0;" value="schedule match?" vertex="1">
          <mxGeometry height="115" width="110" x="3510" y="2409.37" as="geometry" />
        </mxCell>
        <mxCell id="P7TJZT1PVnBYbLh7lMs1-28" parent="1" style="whiteSpace=wrap;html=1;rounded=0;" value="/loan/openAccount&amp;nbsp;" vertex="1">
          <mxGeometry height="60" width="155" x="3695" y="2436.87" as="geometry" />
        </mxCell>
        <mxCell id="P7TJZT1PVnBYbLh7lMs1-30" parent="1" style="whiteSpace=wrap;html=1;rounded=0;" value="/loan/&lt;span style=&quot;background-color: rgb(252, 246, 219); color: rgb(0, 0, 0); font-family: &amp;quot;Anonymous Pro&amp;quot;, Menlo, Consolas, &amp;quot;Bitstream Vera Sans Mono&amp;quot;, &amp;quot;Courier New&amp;quot;, monospace; font-size: 0.9em; text-align: start;&quot;&gt;updateNrsSchedule&lt;/span&gt;" vertex="1">
          <mxGeometry height="60" width="195" x="3467.5" y="2631.87" as="geometry" />
        </mxCell>
        <mxCell id="P7TJZT1PVnBYbLh7lMs1-32" parent="1" style="rhombus;whiteSpace=wrap;html=1;rounded=0;" value="product match&lt;br&gt;amount match&lt;br&gt;status = active" vertex="1">
          <mxGeometry height="213.13" width="213.13" x="2918.43" y="2696.87" as="geometry" />
        </mxCell>
        <mxCell id="P7TJZT1PVnBYbLh7lMs1-44" edge="1" parent="1" source="P7TJZT1PVnBYbLh7lMs1-41" style="edgeStyle=orthogonalEdgeStyle;rounded=0;orthogonalLoop=1;jettySize=auto;html=1;" target="P7TJZT1PVnBYbLh7lMs1-43" value="">
          <mxGeometry relative="1" as="geometry" />
        </mxCell>
        <mxCell id="P7TJZT1PVnBYbLh7lMs1-41" parent="1" style="whiteSpace=wrap;html=1;verticalAlign=middle;" value="Rate limit by user" vertex="1">
          <mxGeometry height="60" width="120" x="-660" y="1105" as="geometry" />
        </mxCell>
        <mxCell id="P7TJZT1PVnBYbLh7lMs1-43" parent="1" style="whiteSpace=wrap;html=1;" value="Circuit breaker" vertex="1">
          <mxGeometry height="60" width="120" x="-485" y="1105" as="geometry" />
        </mxCell>
        <mxCell id="P7TJZT1PVnBYbLh7lMs1-45" edge="1" parent="1" source="P7TJZT1PVnBYbLh7lMs1-43" style="edgeStyle=orthogonalEdgeStyle;rounded=0;orthogonalLoop=1;jettySize=auto;html=1;entryX=-0.015;entryY=0.128;entryDx=0;entryDy=0;entryPerimeter=0;" target="In8fDh9ZLN2M87an2Miy-27">
          <mxGeometry relative="1" as="geometry" />
        </mxCell>
+         <mxCell id="P7TJZT1PVnBYbLh7lMs1-46" parent="1" style="swimlane;fontStyle=0;childLayout=stackLayout;horizontal=1;startSize=30;horizontalStack=0;resizeParent=1;resizeParentMax=0;resizeLast=0;collapsible=1;marginBottom=0;whiteSpace=wrap;html=1;" value="alternative batch calls in order" vertex="1">
+           <mxGeometry height="210" width="270" x="2040" y="1290" as="geometry" />
+         </mxCell>
+         <mxCell id="P7TJZT1PVnBYbLh7lMs1-47" parent="P7TJZT1PVnBYbLh7lMs1-46" style="text;strokeColor=none;fillColor=none;align=left;verticalAlign=middle;spacingLeft=4;spacingRight=4;overflow=hidden;points=[[0,0.5],[1,0.5]];portConstraint=eastwest;rotatable=0;whiteSpace=wrap;html=1;" value="&lt;span style=&quot;text-align: center;&quot;&gt;/loan/createAccount - no retry&lt;/span&gt;" vertex="1">
+           <mxGeometry height="30" width="270" y="30" as="geometry" />
+         </mxCell>
+         <mxCell id="P7TJZT1PVnBYbLh7lMs1-48" parent="P7TJZT1PVnBYbLh7lMs1-46" style="text;strokeColor=none;fillColor=none;align=left;verticalAlign=middle;spacingLeft=4;spacingRight=4;overflow=hidden;points=[[0,0.5],[1,0.5]];portConstraint=eastwest;rotatable=0;whiteSpace=wrap;html=1;" value="&lt;span style=&quot;text-align: center;&quot;&gt;/loan/&lt;/span&gt;&lt;span style=&quot;background-color: rgb(252, 246, 219); color: rgb(0, 0, 0); font-family: &amp;quot;Anonymous Pro&amp;quot;, Menlo, Consolas, &amp;quot;Bitstream Vera Sans Mono&amp;quot;, &amp;quot;Courier New&amp;quot;, monospace; font-size: 0.9em;&quot;&gt;createNrsSchedule - retry&lt;/span&gt;" vertex="1">
+           <mxGeometry height="30" width="270" y="60" as="geometry" />
+         </mxCell>
+         <mxCell id="P7TJZT1PVnBYbLh7lMs1-49" parent="P7TJZT1PVnBYbLh7lMs1-46" style="text;strokeColor=none;fillColor=none;align=left;verticalAlign=middle;spacingLeft=4;spacingRight=4;overflow=hidden;points=[[0,0.5],[1,0.5]];portConstraint=eastwest;rotatable=0;whiteSpace=wrap;html=1;" value="&lt;span style=&quot;text-align: center;&quot;&gt;/loan/openAccount - retry&lt;/span&gt;" vertex="1">
+           <mxGeometry height="30" width="270" y="90" as="geometry" />
+         </mxCell>
+         <mxCell id="P7TJZT1PVnBYbLh7lMs1-50" parent="P7TJZT1PVnBYbLh7lMs1-46" style="text;strokeColor=none;fillColor=none;align=left;verticalAlign=middle;spacingLeft=4;spacingRight=4;overflow=hidden;points=[[0,0.5],[1,0.5]];portConstraint=eastwest;rotatable=0;whiteSpace=wrap;html=1;" value="&lt;span style=&quot;font-family: &amp;quot;Anonymous Pro&amp;quot;, Menlo, Consolas, &amp;quot;Bitstream Vera Sans Mono&amp;quot;, &amp;quot;Courier New&amp;quot;, monospace; font-size: 10.8px; white-space: pre-wrap;&quot;&gt;&lt;font style=&quot;color: light-dark(rgb(237, 237, 237), rgb(255, 255, 255));&quot;&gt;/line/linkLineAccountToLoan - retry?&lt;/font&gt;&lt;/span&gt;" vertex="1">
+           <mxGeometry height="30" width="270" y="120" as="geometry" />
+         </mxCell>
+         <mxCell id="P7TJZT1PVnBYbLh7lMs1-51" parent="P7TJZT1PVnBYbLh7lMs1-46" style="text;strokeColor=none;fillColor=none;align=left;verticalAlign=middle;spacingLeft=4;spacingRight=4;overflow=hidden;points=[[0,0.5],[1,0.5]];portConstraint=eastwest;rotatable=0;whiteSpace=wrap;html=1;" value="&lt;span style=&quot;text-align: center;&quot;&gt;/loan/&lt;/span&gt;&lt;span style=&quot;white-space: pre-wrap; color: rgb(33, 33, 33); font-family: Inter, system-ui, -apple-system, &amp;quot;system-ui&amp;quot;, &amp;quot;Segoe UI&amp;quot;, Roboto, Oxygen, Ubuntu, Cantarell, &amp;quot;Fira Sans&amp;quot;, &amp;quot;Droid Sans&amp;quot;, Helvetica, Arial, sans-serif; background-color: rgb(255, 255, 255);&quot;&gt;grantLoanNonCash - retry&lt;/span&gt;" vertex="1">
+           <mxGeometry height="30" width="270" y="150" as="geometry" />
+         </mxCell>
+         <mxCell id="P7TJZT1PVnBYbLh7lMs1-52" parent="P7TJZT1PVnBYbLh7lMs1-46" style="text;strokeColor=none;fillColor=none;align=left;verticalAlign=middle;spacingLeft=4;spacingRight=4;overflow=hidden;points=[[0,0.5],[1,0.5]];portConstraint=eastwest;rotatable=0;whiteSpace=wrap;html=1;" value="&lt;font face=&quot;Inter, system-ui, -apple-system, system-ui, Segoe UI, Roboto, Oxygen, Ubuntu, Cantarell, Fira Sans, Droid Sans, Helvetica, Arial, sans-serif&quot; style=&quot;color: light-dark(rgb(188, 188, 188), rgb(255, 255, 255));&quot;&gt;&lt;span style=&quot;white-space-collapse: preserve;&quot;&gt;CGW Trigger ??&lt;/span&gt;&lt;/font&gt;" vertex="1">
+           <mxGeometry height="30" width="270" y="180" as="geometry" />
+         </mxCell>
      </root>
    </mxGraphModel>
  </diagram>
</mxfile>
